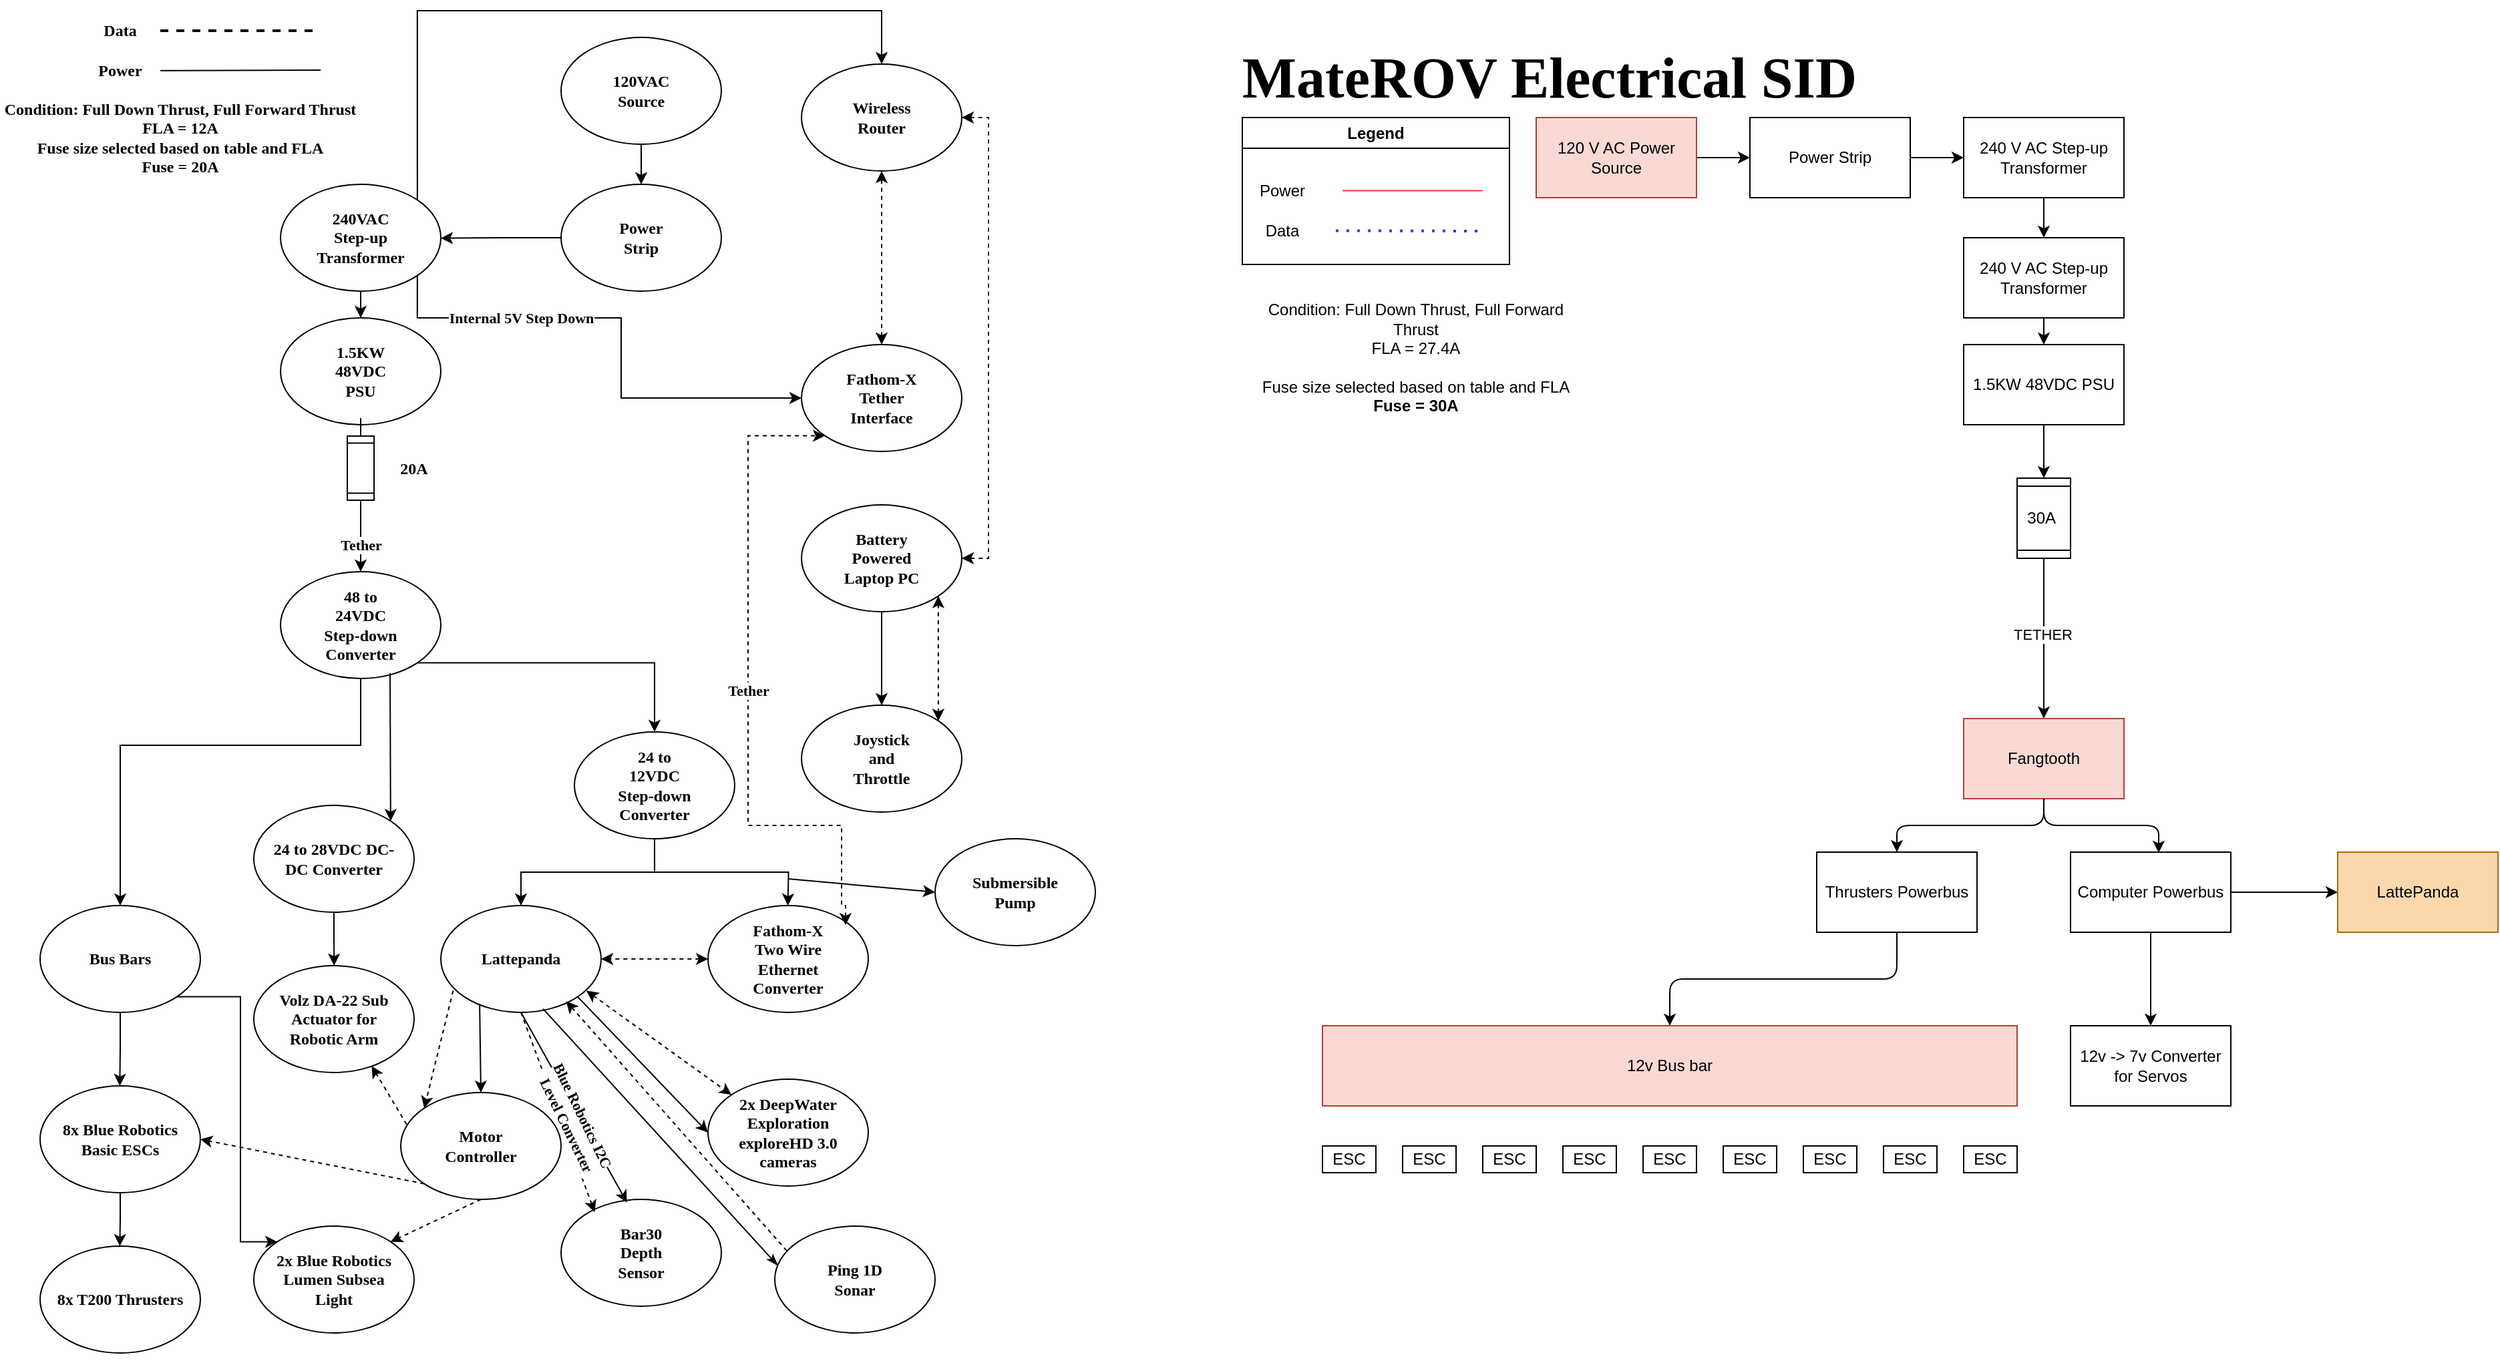
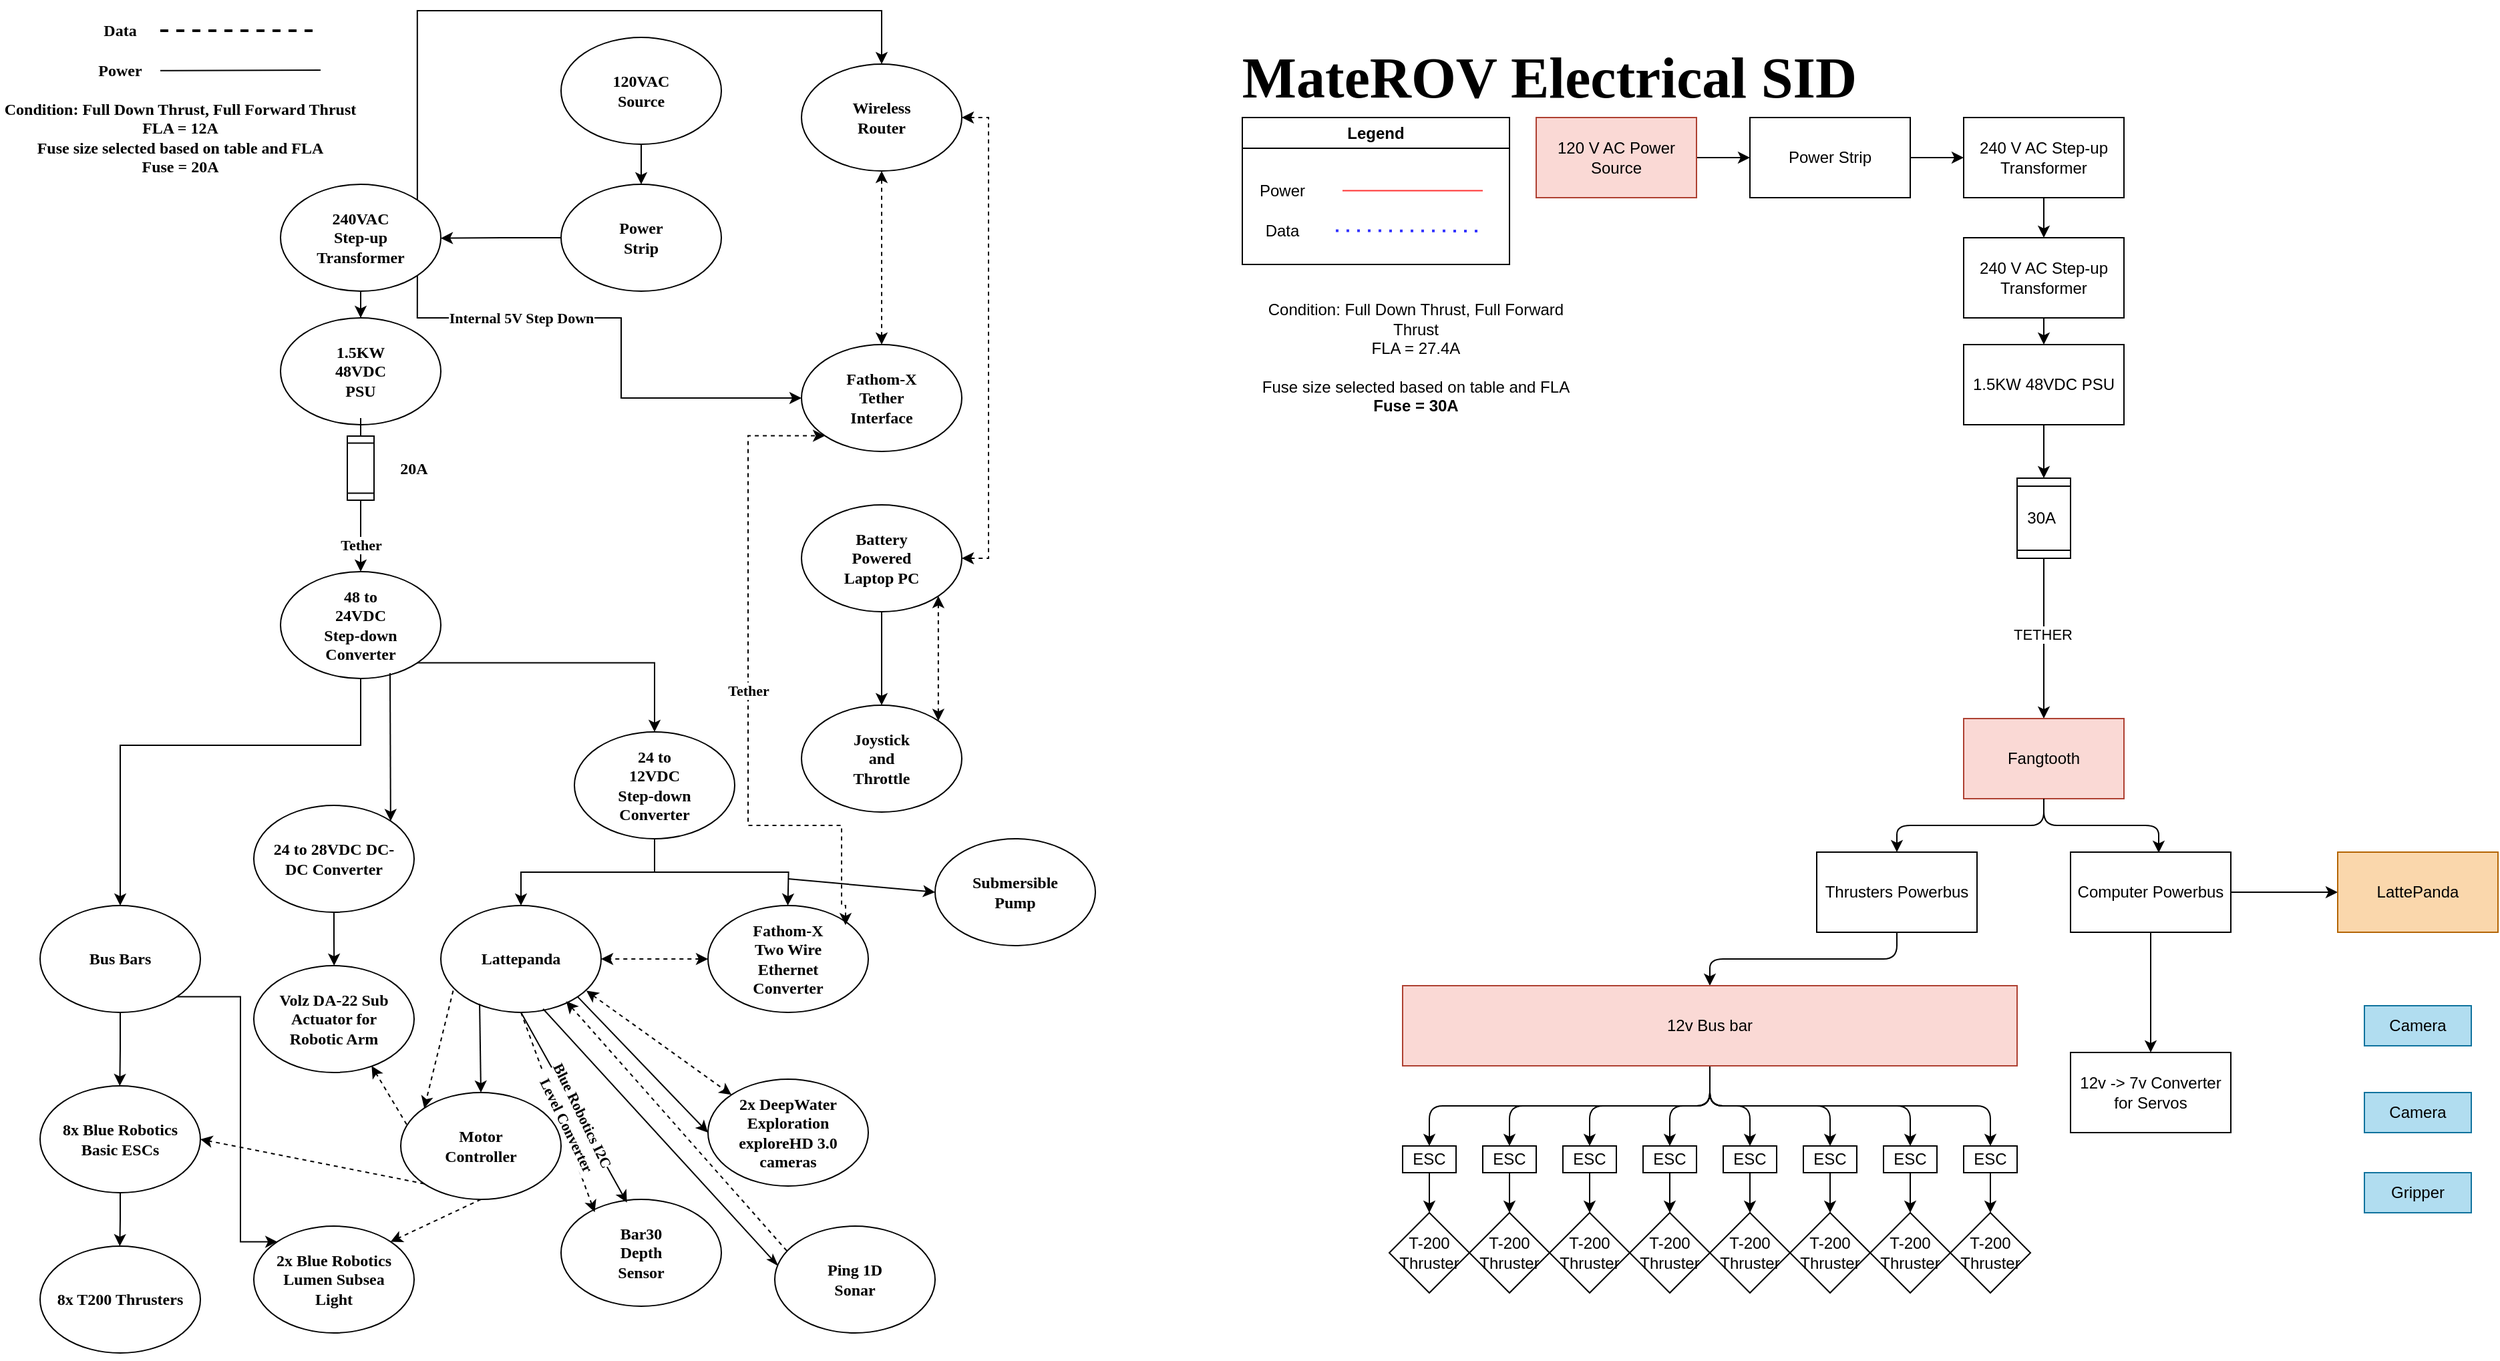
<mxfile host="app.diagrams.net" agent="Mozilla/5.0 (Windows NT 10.0; Win64; x64; rv:139.0) Gecko/20100101 Firefox/139.0">
  <diagram name="Page-1" id="doaNbLGYiiKzRFzNWdXi">
-     <mxGraphModel dx="978" dy="568" grid="1" gridSize="10" guides="1" tooltips="1" connect="1" arrows="1" fold="1" page="1" pageScale="1" pageWidth="850" pageHeight="1100" math="0" shadow="0">
+     <mxGraphModel dx="1174" dy="681" grid="1" gridSize="10" guides="1" tooltips="1" connect="1" arrows="1" fold="1" page="1" pageScale="1" pageWidth="850" pageHeight="1100" math="0" shadow="0">
      <root>
        <mxCell id="0" />
        <mxCell id="1" parent="0" />
        <mxCell id="KtZ6byTwQnFwZSQ_47y7-5" edge="1" parent="1" source="KtZ6byTwQnFwZSQ_47y7-1" style="endArrow=classic;html=1;rounded=0;exitX=0.5;exitY=1;exitDx=0;exitDy=0;fontFamily=Times New Roman;fontStyle=1" target="KtZ6byTwQnFwZSQ_47y7-6" value="">
          <mxGeometry height="50" relative="1" width="50" as="geometry">
            <mxPoint x="380" y="340" as="sourcePoint" />
            <mxPoint x="160" y="290" as="targetPoint" />
          </mxGeometry>
        </mxCell>
        <mxCell id="KtZ6byTwQnFwZSQ_47y7-8" connectable="0" parent="1" style="group;fontFamily=Times New Roman;fontStyle=1;rounded=0;" value="" vertex="1">
          <mxGeometry height="80" width="120" x="430" y="90" as="geometry" />
        </mxCell>
        <mxCell id="KtZ6byTwQnFwZSQ_47y7-1" parent="KtZ6byTwQnFwZSQ_47y7-8" style="ellipse;whiteSpace=wrap;html=1;fontFamily=Times New Roman;fontStyle=1;rounded=0;" value="" vertex="1">
          <mxGeometry height="80" width="120" as="geometry" />
        </mxCell>
        <mxCell id="KtZ6byTwQnFwZSQ_47y7-2" parent="KtZ6byTwQnFwZSQ_47y7-8" style="text;html=1;align=center;verticalAlign=middle;whiteSpace=wrap;rounded=0;fontFamily=Times New Roman;fontStyle=1" value="120VAC Source" vertex="1">
          <mxGeometry height="30" width="60" x="30" y="25" as="geometry" />
        </mxCell>
        <mxCell id="KtZ6byTwQnFwZSQ_47y7-17" edge="1" parent="1" source="KtZ6byTwQnFwZSQ_47y7-18" style="endArrow=none;html=1;rounded=0;fontFamily=Times New Roman;fontStyle=1" value="">
          <mxGeometry height="50" relative="1" width="50" as="geometry">
            <mxPoint x="130" y="114.5" as="sourcePoint" />
            <mxPoint x="250" y="114.5" as="targetPoint" />
          </mxGeometry>
        </mxCell>
        <mxCell id="KtZ6byTwQnFwZSQ_47y7-21" collapsed="1" parent="1" style="text;html=1;align=center;verticalAlign=middle;whiteSpace=wrap;rounded=0;container=0;fontFamily=Times New Roman;fontStyle=1" value="&lt;div&gt;Data&lt;/div&gt;" vertex="1">
          <mxGeometry height="30" width="60" x="70" y="70" as="geometry">
            <mxRectangle height="30" width="60" x="320" y="275" as="alternateBounds" />
          </mxGeometry>
        </mxCell>
        <mxCell id="KtZ6byTwQnFwZSQ_47y7-22" edge="1" parent="1" style="endArrow=none;html=1;rounded=0;fontFamily=Times New Roman;fontStyle=1" target="KtZ6byTwQnFwZSQ_47y7-18" value="">
          <mxGeometry height="50" relative="1" width="50" as="geometry">
            <mxPoint x="130" y="114.5" as="sourcePoint" />
            <mxPoint x="250" y="114.5" as="targetPoint" />
          </mxGeometry>
        </mxCell>
        <mxCell id="KtZ6byTwQnFwZSQ_47y7-18" parent="1" style="text;html=1;align=center;verticalAlign=middle;whiteSpace=wrap;rounded=0;fontFamily=Times New Roman;fontStyle=1" value="&lt;div&gt;Power&lt;/div&gt;" vertex="1">
          <mxGeometry height="30" width="60" x="70" y="100" as="geometry" />
        </mxCell>
        <mxCell id="KtZ6byTwQnFwZSQ_47y7-24" connectable="0" parent="1" style="group;fontFamily=Times New Roman;fontStyle=1;rounded=0;" value="" vertex="1">
          <mxGeometry height="80" width="120" x="610" y="320" as="geometry" />
        </mxCell>
        <mxCell id="KtZ6byTwQnFwZSQ_47y7-25" parent="KtZ6byTwQnFwZSQ_47y7-24" style="ellipse;whiteSpace=wrap;html=1;fontFamily=Times New Roman;fontStyle=1;rounded=0;" value="" vertex="1">
          <mxGeometry height="80" width="120" as="geometry" />
        </mxCell>
        <mxCell id="KtZ6byTwQnFwZSQ_47y7-26" collapsed="1" parent="KtZ6byTwQnFwZSQ_47y7-24" style="text;html=1;align=center;verticalAlign=middle;whiteSpace=wrap;rounded=0;container=0;fontFamily=Times New Roman;fontStyle=1" value="Fathom-X Tether Interface" vertex="1">
          <mxGeometry height="30" width="60" x="30" y="25" as="geometry">
            <mxRectangle height="30" width="60" x="320" y="275" as="alternateBounds" />
          </mxGeometry>
        </mxCell>
        <mxCell id="KtZ6byTwQnFwZSQ_47y7-29" connectable="0" parent="1" style="group;fontFamily=Times New Roman;fontStyle=1;rounded=0;" value="" vertex="1">
          <mxGeometry height="80" width="120" x="610" y="440" as="geometry" />
        </mxCell>
        <mxCell id="KtZ6byTwQnFwZSQ_47y7-30" parent="KtZ6byTwQnFwZSQ_47y7-29" style="ellipse;whiteSpace=wrap;html=1;fontFamily=Times New Roman;fontStyle=1;rounded=0;" value="" vertex="1">
          <mxGeometry height="80" width="120" as="geometry" />
        </mxCell>
        <mxCell id="KtZ6byTwQnFwZSQ_47y7-31" collapsed="1" parent="KtZ6byTwQnFwZSQ_47y7-29" style="text;html=1;align=center;verticalAlign=middle;whiteSpace=wrap;rounded=0;container=0;fontFamily=Times New Roman;fontStyle=1" value="Battery Powered Laptop PC" vertex="1">
          <mxGeometry height="30" width="60" x="30" y="25" as="geometry">
            <mxRectangle height="30" width="60" x="320" y="275" as="alternateBounds" />
          </mxGeometry>
        </mxCell>
        <mxCell id="KtZ6byTwQnFwZSQ_47y7-32" connectable="0" parent="1" style="group;fontFamily=Times New Roman;fontStyle=1;rounded=0;" value="" vertex="1">
          <mxGeometry height="80" width="120" x="430" y="200" as="geometry" />
        </mxCell>
        <mxCell id="KtZ6byTwQnFwZSQ_47y7-9" connectable="0" parent="KtZ6byTwQnFwZSQ_47y7-32" style="group;fontFamily=Times New Roman;fontStyle=1;rounded=0;" value="" vertex="1">
          <mxGeometry height="80" width="120" as="geometry" />
        </mxCell>
        <mxCell id="KtZ6byTwQnFwZSQ_47y7-44" edge="1" parent="KtZ6byTwQnFwZSQ_47y7-9" source="KtZ6byTwQnFwZSQ_47y7-6" style="edgeStyle=orthogonalEdgeStyle;rounded=0;orthogonalLoop=1;jettySize=auto;html=1;exitX=0;exitY=0.5;exitDx=0;exitDy=0;fontFamily=Times New Roman;fontStyle=1">
          <mxGeometry relative="1" as="geometry">
            <mxPoint x="-90.00000000000011" y="40.33333333333337" as="targetPoint" />
          </mxGeometry>
        </mxCell>
        <mxCell id="KtZ6byTwQnFwZSQ_47y7-6" parent="KtZ6byTwQnFwZSQ_47y7-9" style="ellipse;whiteSpace=wrap;html=1;fontFamily=Times New Roman;fontStyle=1;rounded=0;" value="" vertex="1">
          <mxGeometry height="80" width="120" as="geometry" />
        </mxCell>
        <mxCell id="KtZ6byTwQnFwZSQ_47y7-7" parent="KtZ6byTwQnFwZSQ_47y7-9" style="text;html=1;align=center;verticalAlign=middle;whiteSpace=wrap;rounded=0;fontFamily=Times New Roman;fontStyle=1" value="&lt;div&gt;Power Strip&lt;/div&gt;" vertex="1">
          <mxGeometry height="30" width="60" x="30" y="25" as="geometry" />
        </mxCell>
        <mxCell id="KtZ6byTwQnFwZSQ_47y7-33" connectable="0" parent="1" style="group;fontFamily=Times New Roman;fontStyle=1;rounded=0;" value="" vertex="1">
          <mxGeometry height="80" width="120" x="610" y="110" as="geometry" />
        </mxCell>
        <mxCell id="KtZ6byTwQnFwZSQ_47y7-16" connectable="0" parent="KtZ6byTwQnFwZSQ_47y7-33" style="group;fontFamily=Times New Roman;fontStyle=1;rounded=0;" value="" vertex="1">
          <mxGeometry height="80" width="120" as="geometry" />
        </mxCell>
        <mxCell id="KtZ6byTwQnFwZSQ_47y7-13" parent="KtZ6byTwQnFwZSQ_47y7-16" style="ellipse;whiteSpace=wrap;html=1;fontFamily=Times New Roman;fontStyle=1;rounded=0;" value="" vertex="1">
          <mxGeometry height="80" width="120" as="geometry" />
        </mxCell>
        <mxCell id="KtZ6byTwQnFwZSQ_47y7-14" collapsed="1" parent="KtZ6byTwQnFwZSQ_47y7-16" style="text;html=1;align=center;verticalAlign=middle;whiteSpace=wrap;rounded=0;container=0;fontFamily=Times New Roman;fontStyle=1" value="&lt;div&gt;Wireless Router&lt;/div&gt;" vertex="1">
          <mxGeometry height="30" width="60" x="30" y="25" as="geometry">
            <mxRectangle height="30" width="60" x="320" y="275" as="alternateBounds" />
          </mxGeometry>
        </mxCell>
        <mxCell id="KtZ6byTwQnFwZSQ_47y7-28" edge="1" parent="KtZ6byTwQnFwZSQ_47y7-33" source="KtZ6byTwQnFwZSQ_47y7-25" style="endArrow=classic;html=1;rounded=0;dashed=1;exitX=0.5;exitY=0;exitDx=0;exitDy=0;entryX=0.5;entryY=1;entryDx=0;entryDy=0;startArrow=classic;startFill=1;fontFamily=Times New Roman;fontStyle=1" target="KtZ6byTwQnFwZSQ_47y7-13" value="">
          <mxGeometry height="50" relative="1" width="50" as="geometry">
            <mxPoint x="-30" y="210" as="sourcePoint" />
            <mxPoint x="20" y="160" as="targetPoint" />
          </mxGeometry>
        </mxCell>
        <mxCell id="KtZ6byTwQnFwZSQ_47y7-37" connectable="0" parent="1" style="group;fontFamily=Times New Roman;fontStyle=1;rounded=0;" value="" vertex="1">
          <mxGeometry height="80" width="120" x="610" y="590" as="geometry" />
        </mxCell>
        <mxCell id="KtZ6byTwQnFwZSQ_47y7-38" parent="KtZ6byTwQnFwZSQ_47y7-37" style="ellipse;whiteSpace=wrap;html=1;fontFamily=Times New Roman;fontStyle=1;rounded=0;" value="" vertex="1">
          <mxGeometry height="80" width="120" as="geometry" />
        </mxCell>
        <mxCell id="KtZ6byTwQnFwZSQ_47y7-39" collapsed="1" parent="KtZ6byTwQnFwZSQ_47y7-37" style="text;html=1;align=center;verticalAlign=middle;whiteSpace=wrap;rounded=0;container=0;fontFamily=Times New Roman;fontStyle=1" value="Joystick and Throttle" vertex="1">
          <mxGeometry height="30" width="60" x="30" y="25" as="geometry">
            <mxRectangle height="30" width="60" x="320" y="275" as="alternateBounds" />
          </mxGeometry>
        </mxCell>
        <mxCell id="KtZ6byTwQnFwZSQ_47y7-40" edge="1" parent="1" source="KtZ6byTwQnFwZSQ_47y7-30" style="edgeStyle=orthogonalEdgeStyle;rounded=0;orthogonalLoop=1;jettySize=auto;html=1;exitX=0.5;exitY=1;exitDx=0;exitDy=0;fontFamily=Times New Roman;fontStyle=1" target="KtZ6byTwQnFwZSQ_47y7-38">
          <mxGeometry relative="1" as="geometry" />
        </mxCell>
        <mxCell id="KtZ6byTwQnFwZSQ_47y7-41" connectable="0" parent="1" style="group;fontFamily=Times New Roman;fontStyle=1;rounded=0;" value="" vertex="1">
          <mxGeometry height="80" width="120" x="220" y="200" as="geometry" />
        </mxCell>
        <mxCell id="KtZ6byTwQnFwZSQ_47y7-42" parent="KtZ6byTwQnFwZSQ_47y7-41" style="ellipse;whiteSpace=wrap;html=1;fontFamily=Times New Roman;fontStyle=1;rounded=0;" value="" vertex="1">
          <mxGeometry height="80" width="120" as="geometry" />
        </mxCell>
        <mxCell id="KtZ6byTwQnFwZSQ_47y7-43" collapsed="1" parent="KtZ6byTwQnFwZSQ_47y7-41" style="text;html=1;align=center;verticalAlign=middle;whiteSpace=wrap;rounded=0;container=0;fontFamily=Times New Roman;fontStyle=1" value="240VAC Step-up Transformer" vertex="1">
          <mxGeometry height="30" width="60" x="30" y="25" as="geometry">
            <mxRectangle height="30" width="60" x="320" y="275" as="alternateBounds" />
          </mxGeometry>
        </mxCell>
        <mxCell id="KtZ6byTwQnFwZSQ_47y7-45" connectable="0" parent="1" style="group;fontFamily=Times New Roman;fontStyle=1;rounded=0;" value="" vertex="1">
          <mxGeometry height="80" width="120" x="220" y="300" as="geometry" />
        </mxCell>
        <mxCell id="KtZ6byTwQnFwZSQ_47y7-46" parent="KtZ6byTwQnFwZSQ_47y7-45" style="ellipse;whiteSpace=wrap;html=1;fontFamily=Times New Roman;fontStyle=1;rounded=0;" value="" vertex="1">
          <mxGeometry height="80" width="120" as="geometry" />
        </mxCell>
        <mxCell id="KtZ6byTwQnFwZSQ_47y7-47" collapsed="1" parent="KtZ6byTwQnFwZSQ_47y7-45" style="text;html=1;align=center;verticalAlign=middle;whiteSpace=wrap;rounded=0;container=0;fontFamily=Times New Roman;fontStyle=1" value="1.5KW 48VDC PSU" vertex="1">
          <mxGeometry height="30" width="60" x="30" y="25" as="geometry">
            <mxRectangle height="30" width="60" x="320" y="275" as="alternateBounds" />
          </mxGeometry>
        </mxCell>
        <mxCell id="KtZ6byTwQnFwZSQ_47y7-48" edge="1" parent="1" source="KtZ6byTwQnFwZSQ_47y7-42" style="edgeStyle=orthogonalEdgeStyle;rounded=0;orthogonalLoop=1;jettySize=auto;html=1;exitX=0.5;exitY=1;exitDx=0;exitDy=0;fontFamily=Times New Roman;fontStyle=1" target="KtZ6byTwQnFwZSQ_47y7-46">
          <mxGeometry relative="1" as="geometry" />
        </mxCell>
        <mxCell id="KtZ6byTwQnFwZSQ_47y7-51" edge="1" parent="1" style="endArrow=classic;html=1;rounded=0;fontFamily=Times New Roman;fontStyle=1" value="">
          <mxGeometry relative="1" as="geometry">
            <mxPoint x="280" y="450" as="sourcePoint" />
            <mxPoint x="280" y="490" as="targetPoint" />
          </mxGeometry>
        </mxCell>
        <mxCell id="KtZ6byTwQnFwZSQ_47y7-52" connectable="0" parent="KtZ6byTwQnFwZSQ_47y7-51" style="edgeLabel;resizable=0;html=1;;align=center;verticalAlign=middle;fontFamily=Times New Roman;fontStyle=1;rounded=0;" value="&lt;div&gt;Tether&lt;/div&gt;" vertex="1">
          <mxGeometry relative="1" as="geometry" />
        </mxCell>
        <mxCell id="KtZ6byTwQnFwZSQ_47y7-57" edge="1" parent="1" source="KtZ6byTwQnFwZSQ_47y7-13" style="edgeStyle=orthogonalEdgeStyle;rounded=0;orthogonalLoop=1;jettySize=auto;html=1;exitX=1;exitY=0.5;exitDx=0;exitDy=0;entryX=1;entryY=0.5;entryDx=0;entryDy=0;dashed=1;startArrow=classic;startFill=1;fontFamily=Times New Roman;fontStyle=1" target="KtZ6byTwQnFwZSQ_47y7-30">
          <mxGeometry relative="1" as="geometry" />
        </mxCell>
        <mxCell id="KtZ6byTwQnFwZSQ_47y7-58" connectable="0" parent="1" style="group;fontFamily=Times New Roman;fontStyle=1;rounded=0;" value="" vertex="1">
          <mxGeometry height="590" width="460" x="220" y="490" as="geometry" />
        </mxCell>
        <mxCell id="KtZ6byTwQnFwZSQ_47y7-63" edge="1" parent="KtZ6byTwQnFwZSQ_47y7-58" source="KtZ6byTwQnFwZSQ_47y7-59" style="edgeStyle=orthogonalEdgeStyle;rounded=0;orthogonalLoop=1;jettySize=auto;html=1;exitX=1;exitY=1;exitDx=0;exitDy=0;entryX=0.5;entryY=0;entryDx=0;entryDy=0;fontFamily=Times New Roman;fontStyle=1" target="KtZ6byTwQnFwZSQ_47y7-65">
          <mxGeometry relative="1" as="geometry">
            <mxPoint x="220" y="130" as="targetPoint" />
          </mxGeometry>
        </mxCell>
        <mxCell id="KtZ6byTwQnFwZSQ_47y7-59" parent="KtZ6byTwQnFwZSQ_47y7-58" style="ellipse;whiteSpace=wrap;html=1;fontFamily=Times New Roman;fontStyle=1;rounded=0;" value="" vertex="1">
          <mxGeometry height="80" width="120" as="geometry" />
        </mxCell>
        <mxCell id="KtZ6byTwQnFwZSQ_47y7-60" collapsed="1" parent="KtZ6byTwQnFwZSQ_47y7-58" style="text;html=1;align=center;verticalAlign=middle;whiteSpace=wrap;rounded=0;container=0;fontFamily=Times New Roman;fontStyle=1" value="48 to 24VDC Step-down Converter" vertex="1">
          <mxGeometry height="30" width="60" x="30" y="25" as="geometry">
            <mxRectangle height="30" width="60" x="320" y="275" as="alternateBounds" />
          </mxGeometry>
        </mxCell>
        <mxCell id="KtZ6byTwQnFwZSQ_47y7-89" connectable="0" parent="KtZ6byTwQnFwZSQ_47y7-58" style="group;fontFamily=Times New Roman;fontStyle=1;rounded=0;" value="" vertex="1">
          <mxGeometry height="470" width="340" x="120" y="120" as="geometry" />
        </mxCell>
        <mxCell id="KtZ6byTwQnFwZSQ_47y7-64" connectable="0" parent="KtZ6byTwQnFwZSQ_47y7-89" style="group;fontFamily=Times New Roman;fontStyle=1;rounded=0;" value="" vertex="1">
          <mxGeometry height="80" width="120" x="100" as="geometry" />
        </mxCell>
        <mxCell id="KtZ6byTwQnFwZSQ_47y7-65" parent="KtZ6byTwQnFwZSQ_47y7-64" style="ellipse;whiteSpace=wrap;html=1;fontFamily=Times New Roman;fontStyle=1;rounded=0;" value="" vertex="1">
          <mxGeometry height="80" width="120" as="geometry" />
        </mxCell>
        <mxCell id="KtZ6byTwQnFwZSQ_47y7-66" collapsed="1" parent="KtZ6byTwQnFwZSQ_47y7-64" style="text;html=1;align=center;verticalAlign=middle;whiteSpace=wrap;rounded=0;container=0;fontFamily=Times New Roman;fontStyle=1" value="24 to 12VDC Step-down Converter" vertex="1">
          <mxGeometry height="30" width="60" x="30" y="25" as="geometry">
            <mxRectangle height="30" width="60" x="320" y="275" as="alternateBounds" />
          </mxGeometry>
        </mxCell>
        <mxCell id="KtZ6byTwQnFwZSQ_47y7-68" connectable="0" parent="KtZ6byTwQnFwZSQ_47y7-89" style="group;fontFamily=Times New Roman;fontStyle=1;rounded=0;" value="" vertex="1">
          <mxGeometry height="80" width="120" x="200" y="130" as="geometry" />
        </mxCell>
        <mxCell id="KtZ6byTwQnFwZSQ_47y7-69" parent="KtZ6byTwQnFwZSQ_47y7-68" style="ellipse;whiteSpace=wrap;html=1;fontFamily=Times New Roman;fontStyle=1;rounded=0;" value="" vertex="1">
          <mxGeometry height="80" width="120" as="geometry" />
        </mxCell>
        <mxCell id="KtZ6byTwQnFwZSQ_47y7-70" collapsed="1" parent="KtZ6byTwQnFwZSQ_47y7-68" style="text;html=1;align=center;verticalAlign=middle;whiteSpace=wrap;rounded=0;container=0;fontFamily=Times New Roman;fontStyle=1" value="Fathom-X Two Wire Ethernet Converter" vertex="1">
          <mxGeometry height="30" width="60" x="30" y="25" as="geometry">
            <mxRectangle height="30" width="60" x="320" y="275" as="alternateBounds" />
          </mxGeometry>
        </mxCell>
        <mxCell id="KtZ6byTwQnFwZSQ_47y7-76" connectable="0" parent="KtZ6byTwQnFwZSQ_47y7-89" style="group;fontFamily=Times New Roman;fontStyle=1;rounded=0;" value="" vertex="1">
          <mxGeometry height="80" width="120" y="130" as="geometry" />
        </mxCell>
        <mxCell id="KtZ6byTwQnFwZSQ_47y7-77" parent="KtZ6byTwQnFwZSQ_47y7-76" style="ellipse;whiteSpace=wrap;html=1;fontFamily=Times New Roman;fontStyle=1;rounded=0;" value="" vertex="1">
          <mxGeometry height="80" width="120" as="geometry" />
        </mxCell>
        <mxCell id="KtZ6byTwQnFwZSQ_47y7-78" collapsed="1" parent="KtZ6byTwQnFwZSQ_47y7-76" style="text;html=1;align=center;verticalAlign=middle;whiteSpace=wrap;rounded=0;container=0;fontFamily=Times New Roman;fontStyle=1" value="Lattepanda" vertex="1">
          <mxGeometry height="30" width="60" x="30" y="25" as="geometry">
            <mxRectangle height="30" width="60" x="320" y="275" as="alternateBounds" />
          </mxGeometry>
        </mxCell>
        <mxCell id="KtZ6byTwQnFwZSQ_47y7-67" edge="1" parent="KtZ6byTwQnFwZSQ_47y7-89" source="KtZ6byTwQnFwZSQ_47y7-65" style="edgeStyle=orthogonalEdgeStyle;rounded=0;orthogonalLoop=1;jettySize=auto;html=1;exitX=0.5;exitY=1;exitDx=0;exitDy=0;fontFamily=Times New Roman;fontStyle=1">
          <mxGeometry relative="1" as="geometry">
            <mxPoint x="190" y="90" as="sourcePoint" />
            <mxPoint x="259.75" y="130" as="targetPoint" />
          </mxGeometry>
        </mxCell>
        <mxCell id="KtZ6byTwQnFwZSQ_47y7-80" edge="1" parent="KtZ6byTwQnFwZSQ_47y7-89" source="KtZ6byTwQnFwZSQ_47y7-77" style="edgeStyle=orthogonalEdgeStyle;rounded=0;orthogonalLoop=1;jettySize=auto;html=1;exitX=0.5;exitY=0;exitDx=0;exitDy=0;entryX=0.5;entryY=1;entryDx=0;entryDy=0;startArrow=classic;startFill=1;endArrow=none;endFill=0;fontFamily=Times New Roman;fontStyle=1" target="KtZ6byTwQnFwZSQ_47y7-65">
          <mxGeometry relative="1" as="geometry" />
        </mxCell>
        <mxCell id="KtZ6byTwQnFwZSQ_47y7-81" connectable="0" parent="KtZ6byTwQnFwZSQ_47y7-89" style="group;fontFamily=Times New Roman;fontStyle=1;rounded=0;" value="" vertex="1">
          <mxGeometry height="80" width="120" x="-30" y="270" as="geometry" />
        </mxCell>
        <mxCell id="KtZ6byTwQnFwZSQ_47y7-82" parent="KtZ6byTwQnFwZSQ_47y7-81" style="ellipse;whiteSpace=wrap;html=1;fontFamily=Times New Roman;fontStyle=1;rounded=0;" value="" vertex="1">
          <mxGeometry height="80" width="120" as="geometry" />
        </mxCell>
        <mxCell id="KtZ6byTwQnFwZSQ_47y7-83" collapsed="1" parent="KtZ6byTwQnFwZSQ_47y7-81" style="text;html=1;align=center;verticalAlign=middle;whiteSpace=wrap;rounded=0;container=0;fontFamily=Times New Roman;fontStyle=1" value="&lt;div&gt;Motor Controller&lt;/div&gt;" vertex="1">
          <mxGeometry height="30" width="60" x="30" y="25" as="geometry">
            <mxRectangle height="30" width="60" x="320" y="275" as="alternateBounds" />
          </mxGeometry>
        </mxCell>
        <mxCell id="KtZ6byTwQnFwZSQ_47y7-84" edge="1" parent="KtZ6byTwQnFwZSQ_47y7-89" source="KtZ6byTwQnFwZSQ_47y7-77" style="rounded=0;orthogonalLoop=1;jettySize=auto;html=1;exitX=0.242;exitY=0.921;exitDx=0;exitDy=0;entryX=0.5;entryY=0;entryDx=0;entryDy=0;exitPerimeter=0;fontFamily=Times New Roman;fontStyle=1" target="KtZ6byTwQnFwZSQ_47y7-82">
          <mxGeometry relative="1" as="geometry" />
        </mxCell>
        <mxCell id="KtZ6byTwQnFwZSQ_47y7-85" edge="1" parent="KtZ6byTwQnFwZSQ_47y7-89" source="KtZ6byTwQnFwZSQ_47y7-77" style="rounded=0;orthogonalLoop=1;jettySize=auto;html=1;exitX=0.077;exitY=0.797;exitDx=0;exitDy=0;entryX=0;entryY=0;entryDx=0;entryDy=0;dashed=1;exitPerimeter=0;fontFamily=Times New Roman;fontStyle=1" target="KtZ6byTwQnFwZSQ_47y7-82">
          <mxGeometry relative="1" as="geometry" />
        </mxCell>
        <mxCell id="KtZ6byTwQnFwZSQ_47y7-113" edge="1" parent="KtZ6byTwQnFwZSQ_47y7-89" source="KtZ6byTwQnFwZSQ_47y7-69" style="edgeStyle=orthogonalEdgeStyle;rounded=0;orthogonalLoop=1;jettySize=auto;html=1;exitX=0;exitY=0.5;exitDx=0;exitDy=0;entryX=1;entryY=0.5;entryDx=0;entryDy=0;dashed=1;startArrow=classic;startFill=1;fontFamily=Times New Roman;fontStyle=1" target="KtZ6byTwQnFwZSQ_47y7-77">
          <mxGeometry relative="1" as="geometry" />
        </mxCell>
        <mxCell id="1TIhp53VE8E4QQOrCl6A-1" parent="KtZ6byTwQnFwZSQ_47y7-89" style="ellipse;whiteSpace=wrap;html=1;fontFamily=Times New Roman;fontStyle=1;rounded=0;" value="&lt;div&gt;2x DeepWater Exploration exploreHD 3.0 cameras&lt;/div&gt;" vertex="1">
          <mxGeometry height="80" width="120" x="200" y="260" as="geometry" />
        </mxCell>
        <mxCell id="btyZadERf1XyvgSfxNHE-8" edge="1" parent="KtZ6byTwQnFwZSQ_47y7-89" source="KtZ6byTwQnFwZSQ_47y7-77" style="rounded=0;orthogonalLoop=1;jettySize=auto;html=1;exitX=1;exitY=1;exitDx=0;exitDy=0;entryX=0;entryY=0.5;entryDx=0;entryDy=0;fontFamily=Times New Roman;fontStyle=1" target="1TIhp53VE8E4QQOrCl6A-1">
          <mxGeometry relative="1" as="geometry" />
        </mxCell>
        <mxCell id="btyZadERf1XyvgSfxNHE-9" edge="1" parent="KtZ6byTwQnFwZSQ_47y7-89" source="KtZ6byTwQnFwZSQ_47y7-77" style="rounded=0;orthogonalLoop=1;jettySize=auto;html=1;exitX=0.908;exitY=0.797;exitDx=0;exitDy=0;entryX=0;entryY=0;entryDx=0;entryDy=0;dashed=1;startArrow=classic;startFill=1;exitPerimeter=0;fontFamily=Times New Roman;fontStyle=1" target="1TIhp53VE8E4QQOrCl6A-1">
          <mxGeometry relative="1" as="geometry">
            <mxPoint x="210" y="270" as="targetPoint" />
          </mxGeometry>
        </mxCell>
        <mxCell id="etV4jzlPymx9ehgoYt_u-58" connectable="0" parent="KtZ6byTwQnFwZSQ_47y7-89" style="group;fontFamily=Times New Roman;fontStyle=1;rounded=0;" value="" vertex="1">
          <mxGeometry height="80" width="120" x="90" y="350" as="geometry" />
        </mxCell>
        <mxCell id="etV4jzlPymx9ehgoYt_u-59" parent="etV4jzlPymx9ehgoYt_u-58" style="ellipse;whiteSpace=wrap;html=1;fontFamily=Times New Roman;fontStyle=1;rounded=0;" value="" vertex="1">
          <mxGeometry height="80" width="120" as="geometry" />
        </mxCell>
        <mxCell id="etV4jzlPymx9ehgoYt_u-60" collapsed="1" parent="etV4jzlPymx9ehgoYt_u-58" style="text;html=1;align=center;verticalAlign=middle;whiteSpace=wrap;rounded=0;container=0;fontFamily=Times New Roman;fontStyle=1" value="Bar30 Depth Sensor" vertex="1">
          <mxGeometry height="30" width="60" x="30" y="25" as="geometry">
            <mxRectangle height="30" width="60" x="320" y="275" as="alternateBounds" />
          </mxGeometry>
        </mxCell>
        <mxCell id="etV4jzlPymx9ehgoYt_u-61" edge="1" parent="KtZ6byTwQnFwZSQ_47y7-89" source="KtZ6byTwQnFwZSQ_47y7-77" style="rounded=0;orthogonalLoop=1;jettySize=auto;html=1;exitX=0.5;exitY=1;exitDx=0;exitDy=0;entryX=0.21;entryY=0.12;entryDx=0;entryDy=0;entryPerimeter=0;dashed=1;fontFamily=Times New Roman;fontStyle=1" target="etV4jzlPymx9ehgoYt_u-59">
          <mxGeometry relative="1" as="geometry" />
        </mxCell>
        <mxCell id="etV4jzlPymx9ehgoYt_u-62" edge="1" parent="KtZ6byTwQnFwZSQ_47y7-89" source="KtZ6byTwQnFwZSQ_47y7-77" style="rounded=0;orthogonalLoop=1;jettySize=auto;html=1;exitX=0.5;exitY=1;exitDx=0;exitDy=0;entryX=0.411;entryY=0.029;entryDx=0;entryDy=0;entryPerimeter=0;fontFamily=Times New Roman;fontStyle=1" target="etV4jzlPymx9ehgoYt_u-59">
          <mxGeometry relative="1" as="geometry" />
        </mxCell>
        <mxCell id="_jh59VST7iY0-ydR_Vmc-1" connectable="0" parent="etV4jzlPymx9ehgoYt_u-62" style="edgeLabel;html=1;align=center;verticalAlign=middle;resizable=0;points=[];rotation=64;fontFamily=Times New Roman;fontStyle=1;rounded=0;" value="&lt;div&gt;Blue Robotics I2C&lt;/div&gt;&lt;div&gt;&amp;nbsp;Level Converter&lt;/div&gt;" vertex="1">
          <mxGeometry relative="1" x="0.567" as="geometry">
            <mxPoint x="-22" y="-32" as="offset" />
          </mxGeometry>
        </mxCell>
        <mxCell id="ipf7ujVZ-AzwesgqvqbX-4" edge="1" parent="KtZ6byTwQnFwZSQ_47y7-89" style="endArrow=classic;html=1;rounded=0;fontFamily=Times New Roman;fontStyle=1" value="">
          <mxGeometry height="50" relative="1" width="50" as="geometry">
            <mxPoint x="260" y="110" as="sourcePoint" />
            <mxPoint x="370" y="120" as="targetPoint" />
          </mxGeometry>
        </mxCell>
        <mxCell id="KtZ6byTwQnFwZSQ_47y7-115" connectable="0" parent="KtZ6byTwQnFwZSQ_47y7-58" style="group;fontFamily=Times New Roman;fontStyle=1;rounded=0;" value="" vertex="1">
          <mxGeometry height="80" width="120" x="-20" y="175" as="geometry" />
        </mxCell>
        <mxCell id="KtZ6byTwQnFwZSQ_47y7-124" edge="1" parent="KtZ6byTwQnFwZSQ_47y7-115" source="KtZ6byTwQnFwZSQ_47y7-116" style="edgeStyle=orthogonalEdgeStyle;rounded=0;orthogonalLoop=1;jettySize=auto;html=1;exitX=0.5;exitY=1;exitDx=0;exitDy=0;fontFamily=Times New Roman;fontStyle=1">
          <mxGeometry relative="1" as="geometry">
            <mxPoint x="60.11764705882365" y="120" as="targetPoint" />
          </mxGeometry>
        </mxCell>
        <mxCell id="KtZ6byTwQnFwZSQ_47y7-116" parent="KtZ6byTwQnFwZSQ_47y7-115" style="ellipse;whiteSpace=wrap;html=1;fontFamily=Times New Roman;fontStyle=1;rounded=0;" value="" vertex="1">
          <mxGeometry height="80" width="120" as="geometry" />
        </mxCell>
        <mxCell id="KtZ6byTwQnFwZSQ_47y7-117" collapsed="1" parent="KtZ6byTwQnFwZSQ_47y7-115" style="text;html=1;align=center;verticalAlign=middle;whiteSpace=wrap;rounded=0;container=0;fontFamily=Times New Roman;fontStyle=1" value="24 to 28VDC DC-DC Converter" vertex="1">
          <mxGeometry height="30" width="100" x="10" y="25" as="geometry">
            <mxRectangle height="30" width="60" x="320" y="275" as="alternateBounds" />
          </mxGeometry>
        </mxCell>
        <mxCell id="KtZ6byTwQnFwZSQ_47y7-121" connectable="0" parent="KtZ6byTwQnFwZSQ_47y7-58" style="group;fontFamily=Times New Roman;fontStyle=1;rounded=0;" value="" vertex="1">
          <mxGeometry height="80" width="120" x="-20" y="295" as="geometry" />
        </mxCell>
        <mxCell id="KtZ6byTwQnFwZSQ_47y7-122" parent="KtZ6byTwQnFwZSQ_47y7-121" style="ellipse;whiteSpace=wrap;html=1;fontFamily=Times New Roman;fontStyle=1;rounded=0;" value="" vertex="1">
          <mxGeometry height="80" width="120" as="geometry" />
        </mxCell>
        <mxCell id="KtZ6byTwQnFwZSQ_47y7-123" collapsed="1" parent="KtZ6byTwQnFwZSQ_47y7-121" style="text;html=1;align=center;verticalAlign=middle;whiteSpace=wrap;rounded=0;container=0;fontFamily=Times New Roman;fontStyle=1" value="Volz DA-22 Sub Actuator for Robotic Arm" vertex="1">
          <mxGeometry height="30" width="100" x="10" y="25" as="geometry">
            <mxRectangle height="30" width="60" x="320" y="275" as="alternateBounds" />
          </mxGeometry>
        </mxCell>
        <mxCell id="btyZadERf1XyvgSfxNHE-3" edge="1" parent="KtZ6byTwQnFwZSQ_47y7-58" style="endArrow=classic;html=1;rounded=0;entryX=1;entryY=0;entryDx=0;entryDy=0;fontFamily=Times New Roman;fontStyle=1" target="KtZ6byTwQnFwZSQ_47y7-116" value="">
          <mxGeometry height="50" relative="1" width="50" as="geometry">
            <mxPoint x="82" y="76" as="sourcePoint" />
            <mxPoint x="350" y="280" as="targetPoint" />
          </mxGeometry>
        </mxCell>
        <mxCell id="btyZadERf1XyvgSfxNHE-7" edge="1" parent="KtZ6byTwQnFwZSQ_47y7-58" source="KtZ6byTwQnFwZSQ_47y7-82" style="rounded=0;orthogonalLoop=1;jettySize=auto;html=1;exitX=0.037;exitY=0.299;exitDx=0;exitDy=0;entryX=0.735;entryY=0.939;entryDx=0;entryDy=0;dashed=1;exitPerimeter=0;entryPerimeter=0;fontFamily=Times New Roman;fontStyle=1" target="KtZ6byTwQnFwZSQ_47y7-122">
          <mxGeometry relative="1" as="geometry">
            <mxPoint x="63.6499999999992" y="441.9" as="sourcePoint" />
            <mxPoint x="56.34923699267929" y="375.0012072515923" as="targetPoint" />
          </mxGeometry>
        </mxCell>
        <mxCell id="etV4jzlPymx9ehgoYt_u-14" connectable="0" parent="KtZ6byTwQnFwZSQ_47y7-58" style="group;fontFamily=Times New Roman;fontStyle=1;rounded=0;" value="" vertex="1">
          <mxGeometry height="80" width="120" x="-20" y="490" as="geometry" />
        </mxCell>
        <mxCell id="etV4jzlPymx9ehgoYt_u-15" parent="etV4jzlPymx9ehgoYt_u-14" style="ellipse;whiteSpace=wrap;html=1;fontFamily=Times New Roman;fontStyle=1;rounded=0;" value="" vertex="1">
          <mxGeometry height="80" width="120" as="geometry" />
        </mxCell>
        <mxCell id="etV4jzlPymx9ehgoYt_u-16" collapsed="1" parent="etV4jzlPymx9ehgoYt_u-14" style="text;html=1;align=center;verticalAlign=middle;whiteSpace=wrap;rounded=0;container=0;fontFamily=Times New Roman;fontStyle=1" value="2x Blue Robotics Lumen Subsea Light" vertex="1">
          <mxGeometry height="30" width="100" x="10" y="25" as="geometry">
            <mxRectangle height="30" width="60" x="320" y="275" as="alternateBounds" />
          </mxGeometry>
        </mxCell>
        <mxCell id="etV4jzlPymx9ehgoYt_u-18" edge="1" parent="KtZ6byTwQnFwZSQ_47y7-58" source="KtZ6byTwQnFwZSQ_47y7-82" style="rounded=0;orthogonalLoop=1;jettySize=auto;html=1;exitX=0.5;exitY=1;exitDx=0;exitDy=0;entryX=1;entryY=0;entryDx=0;entryDy=0;dashed=1;fontFamily=Times New Roman;fontStyle=1" target="etV4jzlPymx9ehgoYt_u-15">
          <mxGeometry relative="1" as="geometry" />
        </mxCell>
        <mxCell id="KtZ6byTwQnFwZSQ_47y7-71" edge="1" parent="1" source="KtZ6byTwQnFwZSQ_47y7-69" style="endArrow=classic;html=1;rounded=0;edgeStyle=orthogonalEdgeStyle;dashed=1;entryX=0;entryY=1;entryDx=0;entryDy=0;exitX=0.858;exitY=0.183;exitDx=0;exitDy=0;startArrow=classic;startFill=1;exitPerimeter=0;fontFamily=Times New Roman;fontStyle=1" target="KtZ6byTwQnFwZSQ_47y7-25" value="">
          <mxGeometry relative="1" as="geometry">
            <Array as="points">
              <mxPoint x="643" y="740" />
              <mxPoint x="640" y="740" />
              <mxPoint x="640" y="680" />
              <mxPoint x="570" y="680" />
              <mxPoint x="570" y="388" />
            </Array>
            <mxPoint x="630" y="731" as="sourcePoint" />
            <mxPoint x="557.573593128807" y="320.00427124746193" as="targetPoint" />
          </mxGeometry>
        </mxCell>
        <mxCell id="KtZ6byTwQnFwZSQ_47y7-72" connectable="0" parent="KtZ6byTwQnFwZSQ_47y7-71" style="edgeLabel;resizable=0;html=1;;align=center;verticalAlign=middle;fontFamily=Times New Roman;fontStyle=1;rounded=0;" value="Tether" vertex="1">
          <mxGeometry relative="1" as="geometry" />
        </mxCell>
        <mxCell id="KtZ6byTwQnFwZSQ_47y7-90" edge="1" parent="1" source="KtZ6byTwQnFwZSQ_47y7-59" style="edgeStyle=orthogonalEdgeStyle;rounded=0;orthogonalLoop=1;jettySize=auto;html=1;exitX=0.5;exitY=1;exitDx=0;exitDy=0;entryX=0.5;entryY=0;entryDx=0;entryDy=0;fontFamily=Times New Roman;fontStyle=1" target="KtZ6byTwQnFwZSQ_47y7-87">
          <mxGeometry relative="1" as="geometry">
            <Array as="points">
              <mxPoint x="280" y="620" />
              <mxPoint x="100" y="620" />
            </Array>
          </mxGeometry>
        </mxCell>
        <mxCell id="KtZ6byTwQnFwZSQ_47y7-112" edge="1" parent="1" source="KtZ6byTwQnFwZSQ_47y7-82" style="rounded=0;orthogonalLoop=1;jettySize=auto;html=1;exitX=0;exitY=1;exitDx=0;exitDy=0;entryX=1.1;entryY=0.5;entryDx=0;entryDy=0;entryPerimeter=0;dashed=1;fontFamily=Times New Roman;fontStyle=1" target="KtZ6byTwQnFwZSQ_47y7-105">
          <mxGeometry relative="1" as="geometry" />
        </mxCell>
        <mxCell id="KtZ6byTwQnFwZSQ_47y7-125" connectable="0" parent="1" style="group;fontFamily=Times New Roman;fontStyle=1;rounded=0;" value="" vertex="1">
          <mxGeometry height="335" width="120" x="40" y="740" as="geometry" />
        </mxCell>
        <mxCell id="KtZ6byTwQnFwZSQ_47y7-92" connectable="0" parent="KtZ6byTwQnFwZSQ_47y7-125" style="group;fontFamily=Times New Roman;fontStyle=1;rounded=0;" value="" vertex="1">
          <mxGeometry height="335" width="120" as="geometry" />
        </mxCell>
        <mxCell id="KtZ6byTwQnFwZSQ_47y7-87" parent="KtZ6byTwQnFwZSQ_47y7-92" style="ellipse;whiteSpace=wrap;html=1;fontFamily=Times New Roman;fontStyle=1;rounded=0;" value="" vertex="1">
          <mxGeometry height="80" width="120" as="geometry" />
        </mxCell>
        <mxCell id="KtZ6byTwQnFwZSQ_47y7-106" edge="1" parent="KtZ6byTwQnFwZSQ_47y7-92" source="KtZ6byTwQnFwZSQ_47y7-87" style="edgeStyle=orthogonalEdgeStyle;rounded=0;orthogonalLoop=1;jettySize=auto;html=1;exitX=0.5;exitY=1;exitDx=0;exitDy=0;fontFamily=Times New Roman;fontStyle=1">
          <mxGeometry relative="1" as="geometry">
            <mxPoint x="59.66666666666674" y="135" as="targetPoint" />
          </mxGeometry>
        </mxCell>
        <mxCell id="KtZ6byTwQnFwZSQ_47y7-91" collapsed="1" parent="KtZ6byTwQnFwZSQ_47y7-92" style="text;html=1;align=center;verticalAlign=middle;whiteSpace=wrap;rounded=0;container=0;fontFamily=Times New Roman;fontStyle=1" value="Bus Bars" vertex="1">
          <mxGeometry height="30" width="60" x="30" y="25" as="geometry">
            <mxRectangle height="30" width="60" x="320" y="275" as="alternateBounds" />
          </mxGeometry>
        </mxCell>
        <mxCell id="KtZ6byTwQnFwZSQ_47y7-103" connectable="0" parent="KtZ6byTwQnFwZSQ_47y7-92" style="group;fontFamily=Times New Roman;fontStyle=1;rounded=0;" value="" vertex="1">
          <mxGeometry height="80" width="120" y="135" as="geometry" />
        </mxCell>
        <mxCell id="KtZ6byTwQnFwZSQ_47y7-110" edge="1" parent="KtZ6byTwQnFwZSQ_47y7-103" source="KtZ6byTwQnFwZSQ_47y7-104" style="edgeStyle=orthogonalEdgeStyle;rounded=0;orthogonalLoop=1;jettySize=auto;html=1;exitX=0.5;exitY=1;exitDx=0;exitDy=0;fontFamily=Times New Roman;fontStyle=1">
          <mxGeometry relative="1" as="geometry">
            <mxPoint x="59.66666666666674" y="120" as="targetPoint" />
          </mxGeometry>
        </mxCell>
        <mxCell id="KtZ6byTwQnFwZSQ_47y7-104" parent="KtZ6byTwQnFwZSQ_47y7-103" style="ellipse;whiteSpace=wrap;html=1;fontFamily=Times New Roman;fontStyle=1;rounded=0;" value="" vertex="1">
          <mxGeometry height="80" width="120" as="geometry" />
        </mxCell>
        <mxCell id="KtZ6byTwQnFwZSQ_47y7-105" collapsed="1" parent="KtZ6byTwQnFwZSQ_47y7-103" style="text;html=1;align=center;verticalAlign=middle;whiteSpace=wrap;rounded=0;container=0;fontFamily=Times New Roman;fontStyle=1" value="8x Blue Robotics Basic ESCs" vertex="1">
          <mxGeometry height="30" width="100" x="10" y="25" as="geometry">
            <mxRectangle height="30" width="60" x="320" y="275" as="alternateBounds" />
          </mxGeometry>
        </mxCell>
        <mxCell id="KtZ6byTwQnFwZSQ_47y7-107" connectable="0" parent="KtZ6byTwQnFwZSQ_47y7-92" style="group;fontFamily=Times New Roman;fontStyle=1;rounded=0;" value="" vertex="1">
          <mxGeometry height="80" width="120" y="255" as="geometry" />
        </mxCell>
        <mxCell id="KtZ6byTwQnFwZSQ_47y7-108" parent="KtZ6byTwQnFwZSQ_47y7-107" style="ellipse;whiteSpace=wrap;html=1;fontFamily=Times New Roman;fontStyle=1;rounded=0;" value="" vertex="1">
          <mxGeometry height="80" width="120" as="geometry" />
        </mxCell>
        <mxCell id="KtZ6byTwQnFwZSQ_47y7-109" collapsed="1" parent="KtZ6byTwQnFwZSQ_47y7-107" style="text;html=1;align=center;verticalAlign=middle;whiteSpace=wrap;rounded=0;container=0;fontFamily=Times New Roman;fontStyle=1" value="8x T200 Thrusters" vertex="1">
          <mxGeometry height="30" width="100" x="10" y="25" as="geometry">
            <mxRectangle height="30" width="60" x="320" y="275" as="alternateBounds" />
          </mxGeometry>
        </mxCell>
        <mxCell id="KtZ6byTwQnFwZSQ_47y7-143" parent="1" style="pointerEvents=1;verticalLabelPosition=bottom;shadow=0;dashed=0;align=center;html=1;verticalAlign=top;shape=mxgraph.electrical.miscellaneous.fuse_1;rotation=-90;fontFamily=Times New Roman;fontStyle=1;rounded=0;" value="" vertex="1">
          <mxGeometry height="20" width="75" x="242.5" y="402.5" as="geometry" />
        </mxCell>
        <mxCell id="KtZ6byTwQnFwZSQ_47y7-144" collapsed="1" parent="1" style="text;html=1;align=center;verticalAlign=middle;whiteSpace=wrap;rounded=0;container=0;fontFamily=Times New Roman;fontStyle=1" value="20A" vertex="1">
          <mxGeometry height="30" width="60" x="290" y="397.5" as="geometry">
            <mxRectangle height="30" width="60" x="320" y="275" as="alternateBounds" />
          </mxGeometry>
        </mxCell>
        <mxCell id="KtZ6byTwQnFwZSQ_47y7-145" collapsed="1" parent="1" style="text;html=1;align=center;verticalAlign=middle;whiteSpace=wrap;rounded=0;container=0;fontFamily=Times New Roman;fontStyle=1" value="&lt;div&gt;Condition: Full Down Thrust, Full Forward Thrust&lt;/div&gt;&lt;div&gt;FLA = 12A&lt;/div&gt;&lt;div&gt;Fuse size selected based on table and FLA&lt;/div&gt;&lt;div&gt;&lt;span&gt;Fuse = 20A&lt;/span&gt;&lt;/div&gt;" vertex="1">
          <mxGeometry height="170" width="270" x="10" y="80" as="geometry">
            <mxRectangle height="30" width="60" x="320" y="275" as="alternateBounds" />
          </mxGeometry>
        </mxCell>
        <mxCell id="KtZ6byTwQnFwZSQ_47y7-147" edge="1" parent="1" source="KtZ6byTwQnFwZSQ_47y7-21" style="endArrow=none;dashed=1;html=1;strokeWidth=2;rounded=0;exitX=1;exitY=0.5;exitDx=0;exitDy=0;fontFamily=Times New Roman;fontStyle=1" value="">
          <mxGeometry height="50" relative="1" width="50" as="geometry">
            <mxPoint x="180" y="110" as="sourcePoint" />
            <mxPoint x="250" y="85" as="targetPoint" />
          </mxGeometry>
        </mxCell>
        <object label="Internal 5V Step Down" id="YFcSXKNce1uvGu7f9DYM-2">
          <mxCell edge="1" parent="1" source="KtZ6byTwQnFwZSQ_47y7-42" style="edgeStyle=orthogonalEdgeStyle;rounded=0;orthogonalLoop=1;jettySize=auto;html=1;exitX=1;exitY=1;exitDx=0;exitDy=0;entryX=0;entryY=0.5;entryDx=0;entryDy=0;metaEdit=1;fontFamily=Times New Roman;fontStyle=1" target="KtZ6byTwQnFwZSQ_47y7-25">
            <mxGeometry relative="1" x="-0.4236" as="geometry">
              <mxPoint as="offset" />
              <Array as="points">
                <mxPoint x="322" y="300" />
                <mxPoint x="475" y="300" />
                <mxPoint x="475" y="360" />
              </Array>
              <mxPoint x="420.0000000000002" y="309.9999999999999" as="targetPoint" />
            </mxGeometry>
          </mxCell>
        </object>
        <mxCell id="YFcSXKNce1uvGu7f9DYM-5" edge="1" parent="1" source="KtZ6byTwQnFwZSQ_47y7-42" style="edgeStyle=orthogonalEdgeStyle;rounded=0;orthogonalLoop=1;jettySize=auto;html=1;exitX=1;exitY=0;exitDx=0;exitDy=0;entryX=0.5;entryY=0;entryDx=0;entryDy=0;fontFamily=Times New Roman;fontStyle=1" target="KtZ6byTwQnFwZSQ_47y7-13">
          <mxGeometry relative="1" as="geometry">
            <Array as="points">
              <mxPoint x="322" y="70" />
              <mxPoint x="670" y="70" />
            </Array>
          </mxGeometry>
        </mxCell>
        <mxCell id="YFcSXKNce1uvGu7f9DYM-6" edge="1" parent="1" source="KtZ6byTwQnFwZSQ_47y7-38" style="edgeStyle=orthogonalEdgeStyle;rounded=0;orthogonalLoop=1;jettySize=auto;html=1;exitX=1;exitY=0;exitDx=0;exitDy=0;entryX=1;entryY=1;entryDx=0;entryDy=0;dashed=1;startArrow=classic;startFill=1;fontFamily=Times New Roman;fontStyle=1" target="KtZ6byTwQnFwZSQ_47y7-30">
          <mxGeometry relative="1" as="geometry" />
        </mxCell>
        <mxCell id="etV4jzlPymx9ehgoYt_u-17" edge="1" parent="1" source="KtZ6byTwQnFwZSQ_47y7-87" style="edgeStyle=orthogonalEdgeStyle;rounded=0;orthogonalLoop=1;jettySize=auto;html=1;exitX=1;exitY=1;exitDx=0;exitDy=0;entryX=0;entryY=0;entryDx=0;entryDy=0;fontFamily=Times New Roman;fontStyle=1" target="etV4jzlPymx9ehgoYt_u-15">
          <mxGeometry relative="1" as="geometry">
            <Array as="points">
              <mxPoint x="190" y="808" />
              <mxPoint x="190" y="992" />
            </Array>
          </mxGeometry>
        </mxCell>
        <mxCell id="etV4jzlPymx9ehgoYt_u-64" connectable="0" parent="1" style="group;fontFamily=Times New Roman;fontStyle=1;rounded=0;" value="" vertex="1">
          <mxGeometry height="80" width="120" x="590" y="980" as="geometry" />
        </mxCell>
        <mxCell id="etV4jzlPymx9ehgoYt_u-65" parent="etV4jzlPymx9ehgoYt_u-64" style="ellipse;whiteSpace=wrap;html=1;fontFamily=Times New Roman;fontStyle=1;rounded=0;" value="" vertex="1">
          <mxGeometry height="80" width="120" as="geometry" />
        </mxCell>
        <mxCell id="etV4jzlPymx9ehgoYt_u-66" collapsed="1" parent="etV4jzlPymx9ehgoYt_u-64" style="text;html=1;align=center;verticalAlign=middle;whiteSpace=wrap;rounded=0;container=0;fontFamily=Times New Roman;fontStyle=1" value="Ping 1D Sonar" vertex="1">
          <mxGeometry height="30" width="60" x="30" y="25" as="geometry">
            <mxRectangle height="30" width="60" x="320" y="275" as="alternateBounds" />
          </mxGeometry>
        </mxCell>
        <mxCell id="etV4jzlPymx9ehgoYt_u-67" edge="1" parent="1" source="etV4jzlPymx9ehgoYt_u-65" style="rounded=0;orthogonalLoop=1;jettySize=auto;html=1;exitX=0.02;exitY=0.37;exitDx=0;exitDy=0;entryX=0.638;entryY=0.967;entryDx=0;entryDy=0;entryPerimeter=0;exitPerimeter=0;startArrow=classicThin;startFill=1;endArrow=none;fontFamily=Times New Roman;fontStyle=1" target="KtZ6byTwQnFwZSQ_47y7-77">
          <mxGeometry relative="1" as="geometry">
            <mxPoint x="430" y="830" as="targetPoint" />
          </mxGeometry>
        </mxCell>
        <mxCell id="etV4jzlPymx9ehgoYt_u-68" edge="1" parent="1" source="etV4jzlPymx9ehgoYt_u-65" style="rounded=0;orthogonalLoop=1;jettySize=auto;html=1;exitX=0.075;exitY=0.231;exitDx=0;exitDy=0;entryX=0.782;entryY=0.895;entryDx=0;entryDy=0;entryPerimeter=0;dashed=1;exitPerimeter=0;fontFamily=Times New Roman;fontStyle=1" target="KtZ6byTwQnFwZSQ_47y7-77">
          <mxGeometry relative="1" as="geometry" />
        </mxCell>
        <mxCell id="ipf7ujVZ-AzwesgqvqbX-1" connectable="0" parent="1" style="group;fontFamily=Times New Roman;fontStyle=1;rounded=0;" value="" vertex="1">
          <mxGeometry height="80" width="120" x="710" y="690" as="geometry" />
        </mxCell>
        <mxCell id="ipf7ujVZ-AzwesgqvqbX-2" parent="ipf7ujVZ-AzwesgqvqbX-1" style="ellipse;whiteSpace=wrap;html=1;fontFamily=Times New Roman;fontStyle=1;rounded=0;" value="" vertex="1">
          <mxGeometry height="80" width="120" as="geometry" />
        </mxCell>
        <mxCell id="ipf7ujVZ-AzwesgqvqbX-3" collapsed="1" parent="ipf7ujVZ-AzwesgqvqbX-1" style="text;html=1;align=center;verticalAlign=middle;whiteSpace=wrap;rounded=0;container=0;fontFamily=Times New Roman;fontStyle=1" value="Submersible Pump" vertex="1">
          <mxGeometry height="30" width="60" x="30" y="25" as="geometry">
            <mxRectangle height="30" width="60" x="320" y="275" as="alternateBounds" />
          </mxGeometry>
        </mxCell>
        <mxCell id="59XTsty1G1Yx93DkZX_j-1" parent="1" style="text;html=1;whiteSpace=wrap;strokeColor=none;fillColor=none;align=center;verticalAlign=middle;rounded=0;fontFamily=Times New Roman;fontStyle=1" value="&lt;font style=&quot;font-size: 43px;&quot;&gt;&lt;span&gt;MateROV Electrical SID&lt;/span&gt;&lt;/font&gt;" vertex="1">
          <mxGeometry height="40" width="540" x="900" y="100" as="geometry" />
        </mxCell>
        <mxCell id="59XTsty1G1Yx93DkZX_j-24" edge="1" parent="1" style="edgeStyle=orthogonalEdgeStyle;rounded=0;orthogonalLoop=1;jettySize=auto;html=1;exitX=0.5;exitY=1;exitDx=0;exitDy=0;">
          <mxGeometry relative="1" as="geometry">
            <mxPoint x="1330" y="880" as="sourcePoint" />
            <mxPoint x="1330" y="880" as="targetPoint" />
          </mxGeometry>
        </mxCell>
        <mxCell id="59XTsty1G1Yx93DkZX_j-45" parent="1" style="swimlane;whiteSpace=wrap;html=1;" value="Legend" vertex="1">
          <mxGeometry height="110" width="200" x="940" y="150" as="geometry" />
        </mxCell>
        <mxCell id="59XTsty1G1Yx93DkZX_j-46" parent="59XTsty1G1Yx93DkZX_j-45" style="text;html=1;whiteSpace=wrap;strokeColor=none;fillColor=none;align=center;verticalAlign=middle;rounded=0;" value="Power" vertex="1">
          <mxGeometry height="30" width="60" y="40" as="geometry" />
        </mxCell>
        <mxCell id="59XTsty1G1Yx93DkZX_j-47" parent="59XTsty1G1Yx93DkZX_j-45" style="text;html=1;whiteSpace=wrap;strokeColor=none;fillColor=none;align=center;verticalAlign=middle;rounded=0;" value="Data" vertex="1">
          <mxGeometry height="30" width="60" y="70" as="geometry" />
        </mxCell>
        <mxCell id="59XTsty1G1Yx93DkZX_j-53" edge="1" parent="59XTsty1G1Yx93DkZX_j-45" style="endArrow=none;dashed=1;html=1;dashPattern=1 3;strokeWidth=2;strokeColor=#3333FF;" value="">
          <mxGeometry height="50" relative="1" width="50" as="geometry">
            <mxPoint x="70" y="84.72" as="sourcePoint" />
            <mxPoint x="180" y="85" as="targetPoint" />
          </mxGeometry>
        </mxCell>
        <mxCell id="59XTsty1G1Yx93DkZX_j-54" edge="1" parent="59XTsty1G1Yx93DkZX_j-45" style="endArrow=none;html=1;strokeColor=#FF3333;" value="">
          <mxGeometry height="50" relative="1" width="50" as="geometry">
            <mxPoint x="75" y="54.72" as="sourcePoint" />
            <mxPoint x="180" y="54.72" as="targetPoint" />
          </mxGeometry>
        </mxCell>
        <mxCell id="59XTsty1G1Yx93DkZX_j-60" edge="1" parent="1" source="59XTsty1G1Yx93DkZX_j-57" style="edgeStyle=orthogonalEdgeStyle;orthogonalLoop=1;jettySize=auto;html=1;entryX=0;entryY=0.5;entryDx=0;entryDy=0;" target="59XTsty1G1Yx93DkZX_j-59">
          <mxGeometry relative="1" as="geometry" />
        </mxCell>
        <mxCell id="59XTsty1G1Yx93DkZX_j-57" parent="1" style="rounded=0;whiteSpace=wrap;html=1;fillColor=#fad9d5;strokeColor=#ae4132;" value="120 V AC Power Source" vertex="1">
          <mxGeometry height="60" width="120" x="1160" y="150" as="geometry" />
        </mxCell>
        <mxCell id="59XTsty1G1Yx93DkZX_j-62" edge="1" parent="1" source="59XTsty1G1Yx93DkZX_j-59" style="edgeStyle=orthogonalEdgeStyle;orthogonalLoop=1;jettySize=auto;html=1;" target="59XTsty1G1Yx93DkZX_j-61" value="">
          <mxGeometry relative="1" as="geometry" />
        </mxCell>
        <mxCell id="59XTsty1G1Yx93DkZX_j-59" parent="1" style="rounded=0;whiteSpace=wrap;html=1;" value="Power Strip" vertex="1">
          <mxGeometry height="60" width="120" x="1320" y="150" as="geometry" />
        </mxCell>
        <mxCell id="59XTsty1G1Yx93DkZX_j-65" edge="1" parent="1" source="59XTsty1G1Yx93DkZX_j-61" style="edgeStyle=orthogonalEdgeStyle;orthogonalLoop=1;jettySize=auto;html=1;" target="59XTsty1G1Yx93DkZX_j-64" value="">
          <mxGeometry relative="1" as="geometry" />
        </mxCell>
        <mxCell id="59XTsty1G1Yx93DkZX_j-61" parent="1" style="rounded=0;whiteSpace=wrap;html=1;" value="240 V AC Step-up&lt;br&gt;Transformer" vertex="1">
          <mxGeometry height="60" width="120" x="1480" y="150" as="geometry" />
        </mxCell>
        <mxCell id="59XTsty1G1Yx93DkZX_j-67" edge="1" parent="1" source="59XTsty1G1Yx93DkZX_j-64" style="edgeStyle=orthogonalEdgeStyle;orthogonalLoop=1;jettySize=auto;html=1;" target="59XTsty1G1Yx93DkZX_j-66" value="">
          <mxGeometry relative="1" as="geometry" />
        </mxCell>
        <mxCell id="59XTsty1G1Yx93DkZX_j-64" parent="1" style="rounded=0;whiteSpace=wrap;html=1;" value="240 V AC Step-up&lt;br&gt;Transformer" vertex="1">
          <mxGeometry height="60" width="120" x="1480" y="240" as="geometry" />
        </mxCell>
        <mxCell id="59XTsty1G1Yx93DkZX_j-71" edge="1" parent="1" source="59XTsty1G1Yx93DkZX_j-66" style="edgeStyle=orthogonalEdgeStyle;orthogonalLoop=1;jettySize=auto;html=1;" target="59XTsty1G1Yx93DkZX_j-70" value="">
          <mxGeometry relative="1" as="geometry" />
        </mxCell>
        <mxCell id="59XTsty1G1Yx93DkZX_j-66" parent="1" style="rounded=0;whiteSpace=wrap;html=1;" value="1.5KW 48VDC PSU" vertex="1">
          <mxGeometry height="60" width="120" x="1480" y="320" as="geometry" />
        </mxCell>
        <mxCell id="59XTsty1G1Yx93DkZX_j-81" edge="1" parent="1" source="59XTsty1G1Yx93DkZX_j-70" style="edgeStyle=orthogonalEdgeStyle;orthogonalLoop=1;jettySize=auto;html=1;entryX=0.5;entryY=0;entryDx=0;entryDy=0;" target="59XTsty1G1Yx93DkZX_j-101" value="">
          <mxGeometry relative="1" as="geometry">
            <mxPoint x="1540" y="560" as="targetPoint" />
          </mxGeometry>
        </mxCell>
        <mxCell id="59XTsty1G1Yx93DkZX_j-99" connectable="0" parent="59XTsty1G1Yx93DkZX_j-81" style="edgeLabel;html=1;align=center;verticalAlign=middle;resizable=0;points=[];" value="TETHER" vertex="1">
          <mxGeometry relative="1" x="-0.062" y="-1" as="geometry">
            <mxPoint as="offset" />
          </mxGeometry>
        </mxCell>
        <mxCell id="59XTsty1G1Yx93DkZX_j-70" parent="1" style="shape=process;whiteSpace=wrap;html=1;backgroundOutline=1;rounded=0;direction=south;" value="&lt;div&gt;30A&amp;nbsp;&lt;/div&gt;" vertex="1">
          <mxGeometry height="60" width="40" x="1520" y="420" as="geometry" />
        </mxCell>
        <mxCell id="59XTsty1G1Yx93DkZX_j-83" parent="1" style="text;html=1;whiteSpace=wrap;strokeColor=none;fillColor=none;align=center;verticalAlign=middle;rounded=0;" value="&lt;div&gt;Condition: Full Down Thrust, Full Forward Thrust&lt;/div&gt;&lt;div&gt;FLA = 27.4A&lt;/div&gt;&lt;div&gt;&lt;br&gt;&lt;/div&gt;&lt;div&gt;Fuse size selected based on table and FLA&lt;/div&gt;&lt;div&gt;&lt;b&gt;Fuse = 30A&lt;/b&gt;&lt;/div&gt;" vertex="1">
          <mxGeometry height="80" width="260" x="940" y="290" as="geometry" />
        </mxCell>
        <mxCell id="59XTsty1G1Yx93DkZX_j-106" edge="1" parent="1" source="59XTsty1G1Yx93DkZX_j-101" style="edgeStyle=orthogonalEdgeStyle;orthogonalLoop=1;jettySize=auto;html=1;entryX=0.5;entryY=0;entryDx=0;entryDy=0;" target="59XTsty1G1Yx93DkZX_j-102">
          <mxGeometry relative="1" as="geometry" />
        </mxCell>
        <mxCell id="59XTsty1G1Yx93DkZX_j-101" parent="1" style="rounded=0;whiteSpace=wrap;html=1;fillColor=#fad9d5;strokeColor=#ae4132;" value="Fangtooth" vertex="1">
          <mxGeometry height="60" width="120" x="1480" y="600" as="geometry" />
        </mxCell>
        <mxCell id="59XTsty1G1Yx93DkZX_j-113" edge="1" parent="1" source="59XTsty1G1Yx93DkZX_j-102" style="edgeStyle=orthogonalEdgeStyle;orthogonalLoop=1;jettySize=auto;html=1;entryX=0.5;entryY=0;entryDx=0;entryDy=0;" target="59XTsty1G1Yx93DkZX_j-108">
          <mxGeometry relative="1" as="geometry" />
        </mxCell>
        <mxCell id="59XTsty1G1Yx93DkZX_j-102" parent="1" style="rounded=0;whiteSpace=wrap;html=1;" value="Thrusters Powerbus" vertex="1">
          <mxGeometry height="60" width="120" x="1370" y="700" as="geometry" />
        </mxCell>
        <mxCell id="59XTsty1G1Yx93DkZX_j-110" edge="1" parent="1" source="59XTsty1G1Yx93DkZX_j-103" style="edgeStyle=orthogonalEdgeStyle;orthogonalLoop=1;jettySize=auto;html=1;entryX=0.5;entryY=0;entryDx=0;entryDy=0;" target="59XTsty1G1Yx93DkZX_j-109">
          <mxGeometry relative="1" as="geometry" />
        </mxCell>
        <mxCell id="59XTsty1G1Yx93DkZX_j-112" edge="1" parent="1" source="59XTsty1G1Yx93DkZX_j-103" style="edgeStyle=orthogonalEdgeStyle;orthogonalLoop=1;jettySize=auto;html=1;" target="59XTsty1G1Yx93DkZX_j-111" value="">
          <mxGeometry relative="1" as="geometry" />
        </mxCell>
        <mxCell id="59XTsty1G1Yx93DkZX_j-103" parent="1" style="rounded=0;whiteSpace=wrap;html=1;" value="Computer Powerbus" vertex="1">
          <mxGeometry height="60" width="120" x="1560" y="700" as="geometry" />
        </mxCell>
        <mxCell id="59XTsty1G1Yx93DkZX_j-107" edge="1" parent="1" source="59XTsty1G1Yx93DkZX_j-101" style="edgeStyle=orthogonalEdgeStyle;orthogonalLoop=1;jettySize=auto;html=1;entryX=0.55;entryY=0.008;entryDx=0;entryDy=0;entryPerimeter=0;" target="59XTsty1G1Yx93DkZX_j-103">
          <mxGeometry relative="1" as="geometry" />
        </mxCell>
+         <mxCell id="59XTsty1G1Yx93DkZX_j-135" edge="1" parent="1" source="59XTsty1G1Yx93DkZX_j-108" style="edgeStyle=orthogonalEdgeStyle;orthogonalLoop=1;jettySize=auto;html=1;entryX=0.5;entryY=0;entryDx=0;entryDy=0;" target="59XTsty1G1Yx93DkZX_j-116">
+           <mxGeometry relative="1" as="geometry" />
+         </mxCell>
+         <mxCell id="59XTsty1G1Yx93DkZX_j-137" edge="1" parent="1" source="59XTsty1G1Yx93DkZX_j-108" style="edgeStyle=orthogonalEdgeStyle;orthogonalLoop=1;jettySize=auto;html=1;entryX=0.5;entryY=0;entryDx=0;entryDy=0;" target="59XTsty1G1Yx93DkZX_j-120">
+           <mxGeometry relative="1" as="geometry" />
+         </mxCell>
+         <mxCell id="59XTsty1G1Yx93DkZX_j-138" edge="1" parent="1" source="59XTsty1G1Yx93DkZX_j-108" style="edgeStyle=orthogonalEdgeStyle;orthogonalLoop=1;jettySize=auto;html=1;entryX=0.5;entryY=0;entryDx=0;entryDy=0;" target="59XTsty1G1Yx93DkZX_j-117">
+           <mxGeometry relative="1" as="geometry" />
+         </mxCell>
+         <mxCell id="59XTsty1G1Yx93DkZX_j-139" edge="1" parent="1" source="59XTsty1G1Yx93DkZX_j-108" style="edgeStyle=orthogonalEdgeStyle;orthogonalLoop=1;jettySize=auto;html=1;entryX=0.5;entryY=0;entryDx=0;entryDy=0;" target="59XTsty1G1Yx93DkZX_j-118">
+           <mxGeometry relative="1" as="geometry" />
+         </mxCell>
+         <mxCell id="59XTsty1G1Yx93DkZX_j-140" edge="1" parent="1" source="59XTsty1G1Yx93DkZX_j-108" style="edgeStyle=orthogonalEdgeStyle;orthogonalLoop=1;jettySize=auto;html=1;entryX=0.5;entryY=0;entryDx=0;entryDy=0;" target="59XTsty1G1Yx93DkZX_j-121">
+           <mxGeometry relative="1" as="geometry" />
+         </mxCell>
+         <mxCell id="59XTsty1G1Yx93DkZX_j-141" edge="1" parent="1" source="59XTsty1G1Yx93DkZX_j-108" style="edgeStyle=orthogonalEdgeStyle;orthogonalLoop=1;jettySize=auto;html=1;entryX=0.5;entryY=0;entryDx=0;entryDy=0;" target="59XTsty1G1Yx93DkZX_j-122">
+           <mxGeometry relative="1" as="geometry" />
+         </mxCell>
+         <mxCell id="59XTsty1G1Yx93DkZX_j-142" edge="1" parent="1" source="59XTsty1G1Yx93DkZX_j-108" style="edgeStyle=orthogonalEdgeStyle;orthogonalLoop=1;jettySize=auto;html=1;entryX=0.5;entryY=0;entryDx=0;entryDy=0;" target="59XTsty1G1Yx93DkZX_j-123">
+           <mxGeometry relative="1" as="geometry" />
+         </mxCell>
+         <mxCell id="59XTsty1G1Yx93DkZX_j-143" edge="1" parent="1" source="59XTsty1G1Yx93DkZX_j-108" style="edgeStyle=orthogonalEdgeStyle;orthogonalLoop=1;jettySize=auto;html=1;" target="59XTsty1G1Yx93DkZX_j-124">
+           <mxGeometry relative="1" as="geometry" />
+         </mxCell>
        <mxCell id="59XTsty1G1Yx93DkZX_j-108" parent="1" style="rounded=0;whiteSpace=wrap;html=1;fillColor=#fad9d5;strokeColor=#ae4132;" value="12v Bus bar" vertex="1">
-           <mxGeometry height="60" width="520" x="1000" y="830" as="geometry" />
+           <mxGeometry height="60" width="460" x="1060" y="800" as="geometry" />
        </mxCell>
        <mxCell id="59XTsty1G1Yx93DkZX_j-109" parent="1" style="rounded=0;whiteSpace=wrap;html=1;" value="12v -&amp;gt; 7v Converter for Servos" vertex="1">
-           <mxGeometry height="60" width="120" x="1560" y="830" as="geometry" />
+           <mxGeometry height="60" width="120" x="1560" y="850" as="geometry" />
        </mxCell>
        <mxCell id="59XTsty1G1Yx93DkZX_j-111" parent="1" style="rounded=0;whiteSpace=wrap;html=1;fillColor=#fad7ac;strokeColor=#b46504;" value="LattePanda" vertex="1">
          <mxGeometry height="60" width="120" x="1760" y="700" as="geometry" />
        </mxCell>
+         <mxCell id="59XTsty1G1Yx93DkZX_j-145" edge="1" parent="1" source="59XTsty1G1Yx93DkZX_j-116" style="edgeStyle=orthogonalEdgeStyle;orthogonalLoop=1;jettySize=auto;html=1;entryX=0.5;entryY=0;entryDx=0;entryDy=0;" target="59XTsty1G1Yx93DkZX_j-126">
+           <mxGeometry relative="1" as="geometry" />
+         </mxCell>
        <mxCell id="59XTsty1G1Yx93DkZX_j-116" parent="1" style="rounded=0;whiteSpace=wrap;html=1;" value="ESC" vertex="1">
          <mxGeometry height="20" width="40" x="1060" y="920" as="geometry" />
        </mxCell>
+         <mxCell id="59XTsty1G1Yx93DkZX_j-147" edge="1" parent="1" source="59XTsty1G1Yx93DkZX_j-117" style="edgeStyle=orthogonalEdgeStyle;orthogonalLoop=1;jettySize=auto;html=1;entryX=0.5;entryY=0;entryDx=0;entryDy=0;" target="59XTsty1G1Yx93DkZX_j-128">
+           <mxGeometry relative="1" as="geometry" />
+         </mxCell>
        <mxCell id="59XTsty1G1Yx93DkZX_j-117" parent="1" style="rounded=0;whiteSpace=wrap;html=1;" value="ESC" vertex="1">
          <mxGeometry height="20" width="40" x="1180" y="920" as="geometry" />
        </mxCell>
+         <mxCell id="59XTsty1G1Yx93DkZX_j-148" edge="1" parent="1" source="59XTsty1G1Yx93DkZX_j-118" style="edgeStyle=orthogonalEdgeStyle;orthogonalLoop=1;jettySize=auto;html=1;entryX=0.5;entryY=0;entryDx=0;entryDy=0;" target="59XTsty1G1Yx93DkZX_j-129">
+           <mxGeometry relative="1" as="geometry" />
+         </mxCell>
        <mxCell id="59XTsty1G1Yx93DkZX_j-118" parent="1" style="rounded=0;whiteSpace=wrap;html=1;" value="ESC" vertex="1">
          <mxGeometry height="20" width="40" x="1240" y="920" as="geometry" />
        </mxCell>
-         <mxCell id="59XTsty1G1Yx93DkZX_j-119" parent="1" style="rounded=0;whiteSpace=wrap;html=1;" value="ESC" vertex="1">
-           <mxGeometry height="20" width="40" x="1000" y="920" as="geometry" />
+         <mxCell id="59XTsty1G1Yx93DkZX_j-146" edge="1" parent="1" source="59XTsty1G1Yx93DkZX_j-120" style="edgeStyle=orthogonalEdgeStyle;orthogonalLoop=1;jettySize=auto;html=1;entryX=0.5;entryY=0;entryDx=0;entryDy=0;" target="59XTsty1G1Yx93DkZX_j-127">
+           <mxGeometry relative="1" as="geometry" />
        </mxCell>
        <mxCell id="59XTsty1G1Yx93DkZX_j-120" parent="1" style="rounded=0;whiteSpace=wrap;html=1;" value="ESC" vertex="1">
          <mxGeometry height="20" width="40" x="1120" y="920" as="geometry" />
        </mxCell>
+         <mxCell id="59XTsty1G1Yx93DkZX_j-149" edge="1" parent="1" source="59XTsty1G1Yx93DkZX_j-121" style="edgeStyle=orthogonalEdgeStyle;orthogonalLoop=1;jettySize=auto;html=1;entryX=0.5;entryY=0;entryDx=0;entryDy=0;" target="59XTsty1G1Yx93DkZX_j-130">
+           <mxGeometry relative="1" as="geometry" />
+         </mxCell>
        <mxCell id="59XTsty1G1Yx93DkZX_j-121" parent="1" style="rounded=0;whiteSpace=wrap;html=1;" value="ESC" vertex="1">
          <mxGeometry height="20" width="40" x="1300" y="920" as="geometry" />
        </mxCell>
+         <mxCell id="59XTsty1G1Yx93DkZX_j-150" edge="1" parent="1" source="59XTsty1G1Yx93DkZX_j-122" style="edgeStyle=orthogonalEdgeStyle;orthogonalLoop=1;jettySize=auto;html=1;entryX=0.5;entryY=0;entryDx=0;entryDy=0;" target="59XTsty1G1Yx93DkZX_j-131">
+           <mxGeometry relative="1" as="geometry" />
+         </mxCell>
        <mxCell id="59XTsty1G1Yx93DkZX_j-122" parent="1" style="rounded=0;whiteSpace=wrap;html=1;" value="ESC" vertex="1">
          <mxGeometry height="20" width="40" x="1360" y="920" as="geometry" />
        </mxCell>
+         <mxCell id="59XTsty1G1Yx93DkZX_j-151" edge="1" parent="1" source="59XTsty1G1Yx93DkZX_j-123" style="edgeStyle=orthogonalEdgeStyle;orthogonalLoop=1;jettySize=auto;html=1;entryX=0.5;entryY=0;entryDx=0;entryDy=0;" target="59XTsty1G1Yx93DkZX_j-132">
+           <mxGeometry relative="1" as="geometry" />
+         </mxCell>
        <mxCell id="59XTsty1G1Yx93DkZX_j-123" parent="1" style="rounded=0;whiteSpace=wrap;html=1;" value="ESC" vertex="1">
          <mxGeometry height="20" width="40" x="1420" y="920" as="geometry" />
        </mxCell>
+         <mxCell id="59XTsty1G1Yx93DkZX_j-152" edge="1" parent="1" source="59XTsty1G1Yx93DkZX_j-124" style="edgeStyle=orthogonalEdgeStyle;orthogonalLoop=1;jettySize=auto;html=1;entryX=0.5;entryY=0;entryDx=0;entryDy=0;" target="59XTsty1G1Yx93DkZX_j-133">
+           <mxGeometry relative="1" as="geometry" />
+         </mxCell>
        <mxCell id="59XTsty1G1Yx93DkZX_j-124" parent="1" style="rounded=0;whiteSpace=wrap;html=1;" value="ESC" vertex="1">
          <mxGeometry height="20" width="40" x="1480" y="920" as="geometry" />
+         </mxCell>
+         <mxCell id="59XTsty1G1Yx93DkZX_j-126" parent="1" style="rhombus;whiteSpace=wrap;html=1;" value="T-200 Thruster" vertex="1">
+           <mxGeometry height="60" width="60" x="1050" y="970" as="geometry" />
+         </mxCell>
+         <mxCell id="59XTsty1G1Yx93DkZX_j-127" parent="1" style="rhombus;whiteSpace=wrap;html=1;" value="T-200 Thruster" vertex="1">
+           <mxGeometry height="60" width="60" x="1110" y="970" as="geometry" />
+         </mxCell>
+         <mxCell id="59XTsty1G1Yx93DkZX_j-128" parent="1" style="rhombus;whiteSpace=wrap;html=1;" value="T-200 Thruster" vertex="1">
+           <mxGeometry height="60" width="60" x="1170" y="970" as="geometry" />
+         </mxCell>
+         <mxCell id="59XTsty1G1Yx93DkZX_j-129" parent="1" style="rhombus;whiteSpace=wrap;html=1;" value="T-200 Thruster" vertex="1">
+           <mxGeometry height="60" width="60" x="1230" y="970" as="geometry" />
+         </mxCell>
+         <mxCell id="59XTsty1G1Yx93DkZX_j-130" parent="1" style="rhombus;whiteSpace=wrap;html=1;" value="T-200 Thruster" vertex="1">
+           <mxGeometry height="60" width="60" x="1290" y="970" as="geometry" />
+         </mxCell>
+         <mxCell id="59XTsty1G1Yx93DkZX_j-131" parent="1" style="rhombus;whiteSpace=wrap;html=1;" value="T-200 Thruster" vertex="1">
+           <mxGeometry height="60" width="60" x="1350" y="970" as="geometry" />
+         </mxCell>
+         <mxCell id="59XTsty1G1Yx93DkZX_j-132" parent="1" style="rhombus;whiteSpace=wrap;html=1;" value="T-200 Thruster" vertex="1">
+           <mxGeometry height="60" width="60" x="1410" y="970" as="geometry" />
+         </mxCell>
+         <mxCell id="59XTsty1G1Yx93DkZX_j-133" parent="1" style="rhombus;whiteSpace=wrap;html=1;" value="T-200 Thruster" vertex="1">
+           <mxGeometry height="60" width="60" x="1470" y="970" as="geometry" />
+         </mxCell>
+         <mxCell id="59XTsty1G1Yx93DkZX_j-153" parent="1" style="rounded=0;whiteSpace=wrap;html=1;fillColor=#b1ddf0;strokeColor=#10739e;" value="Camera" vertex="1">
+           <mxGeometry height="30" width="80" x="1780" y="815" as="geometry" />
+         </mxCell>
+         <mxCell id="59XTsty1G1Yx93DkZX_j-154" parent="1" style="rounded=0;whiteSpace=wrap;html=1;fillColor=#b1ddf0;strokeColor=#10739e;" value="Camera" vertex="1">
+           <mxGeometry height="30" width="80" x="1780" y="880" as="geometry" />
+         </mxCell>
+         <mxCell id="59XTsty1G1Yx93DkZX_j-155" parent="1" style="rounded=0;whiteSpace=wrap;html=1;fillColor=#b1ddf0;strokeColor=#10739e;" value="Gripper" vertex="1">
+           <mxGeometry height="30" width="80" x="1780" y="940" as="geometry" />
        </mxCell>
      </root>
    </mxGraphModel>
  </diagram>
</mxfile>
